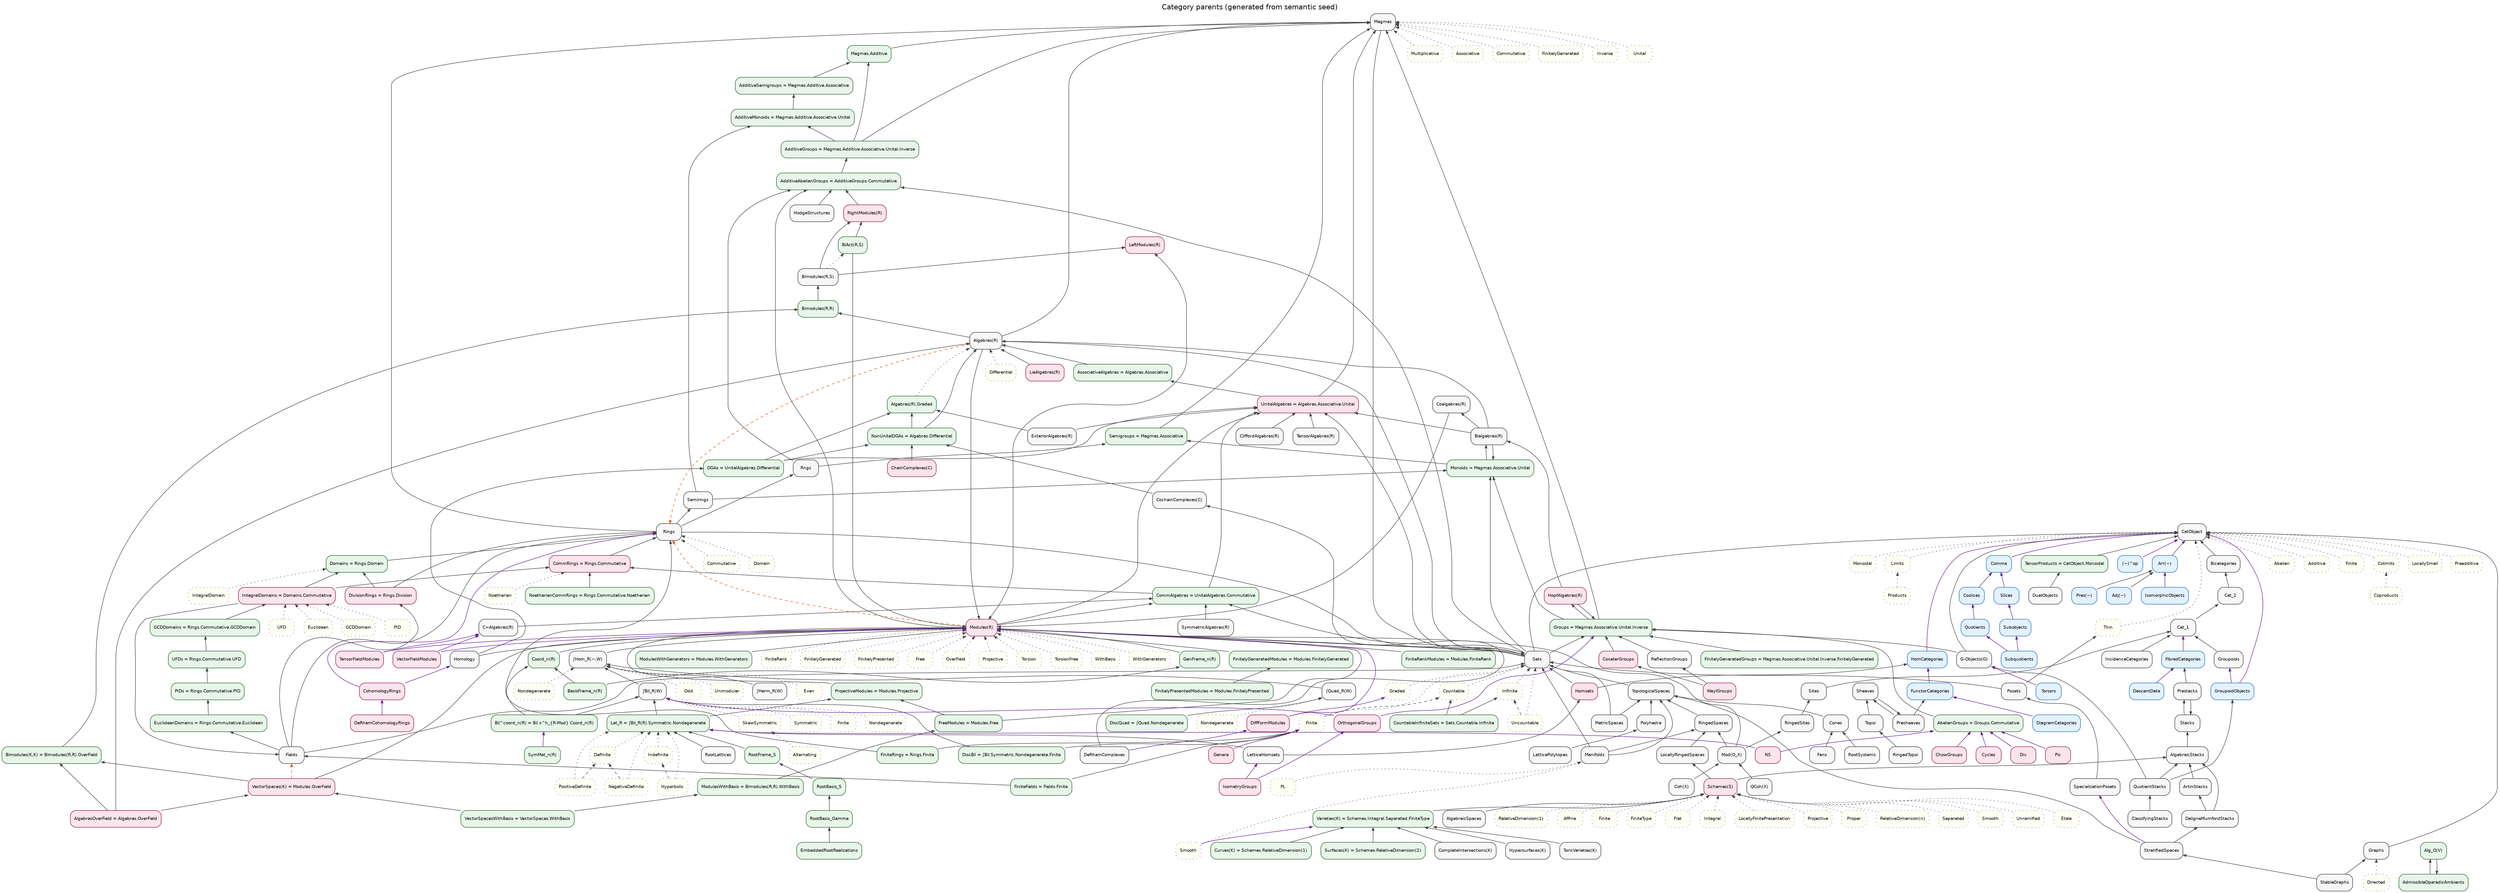
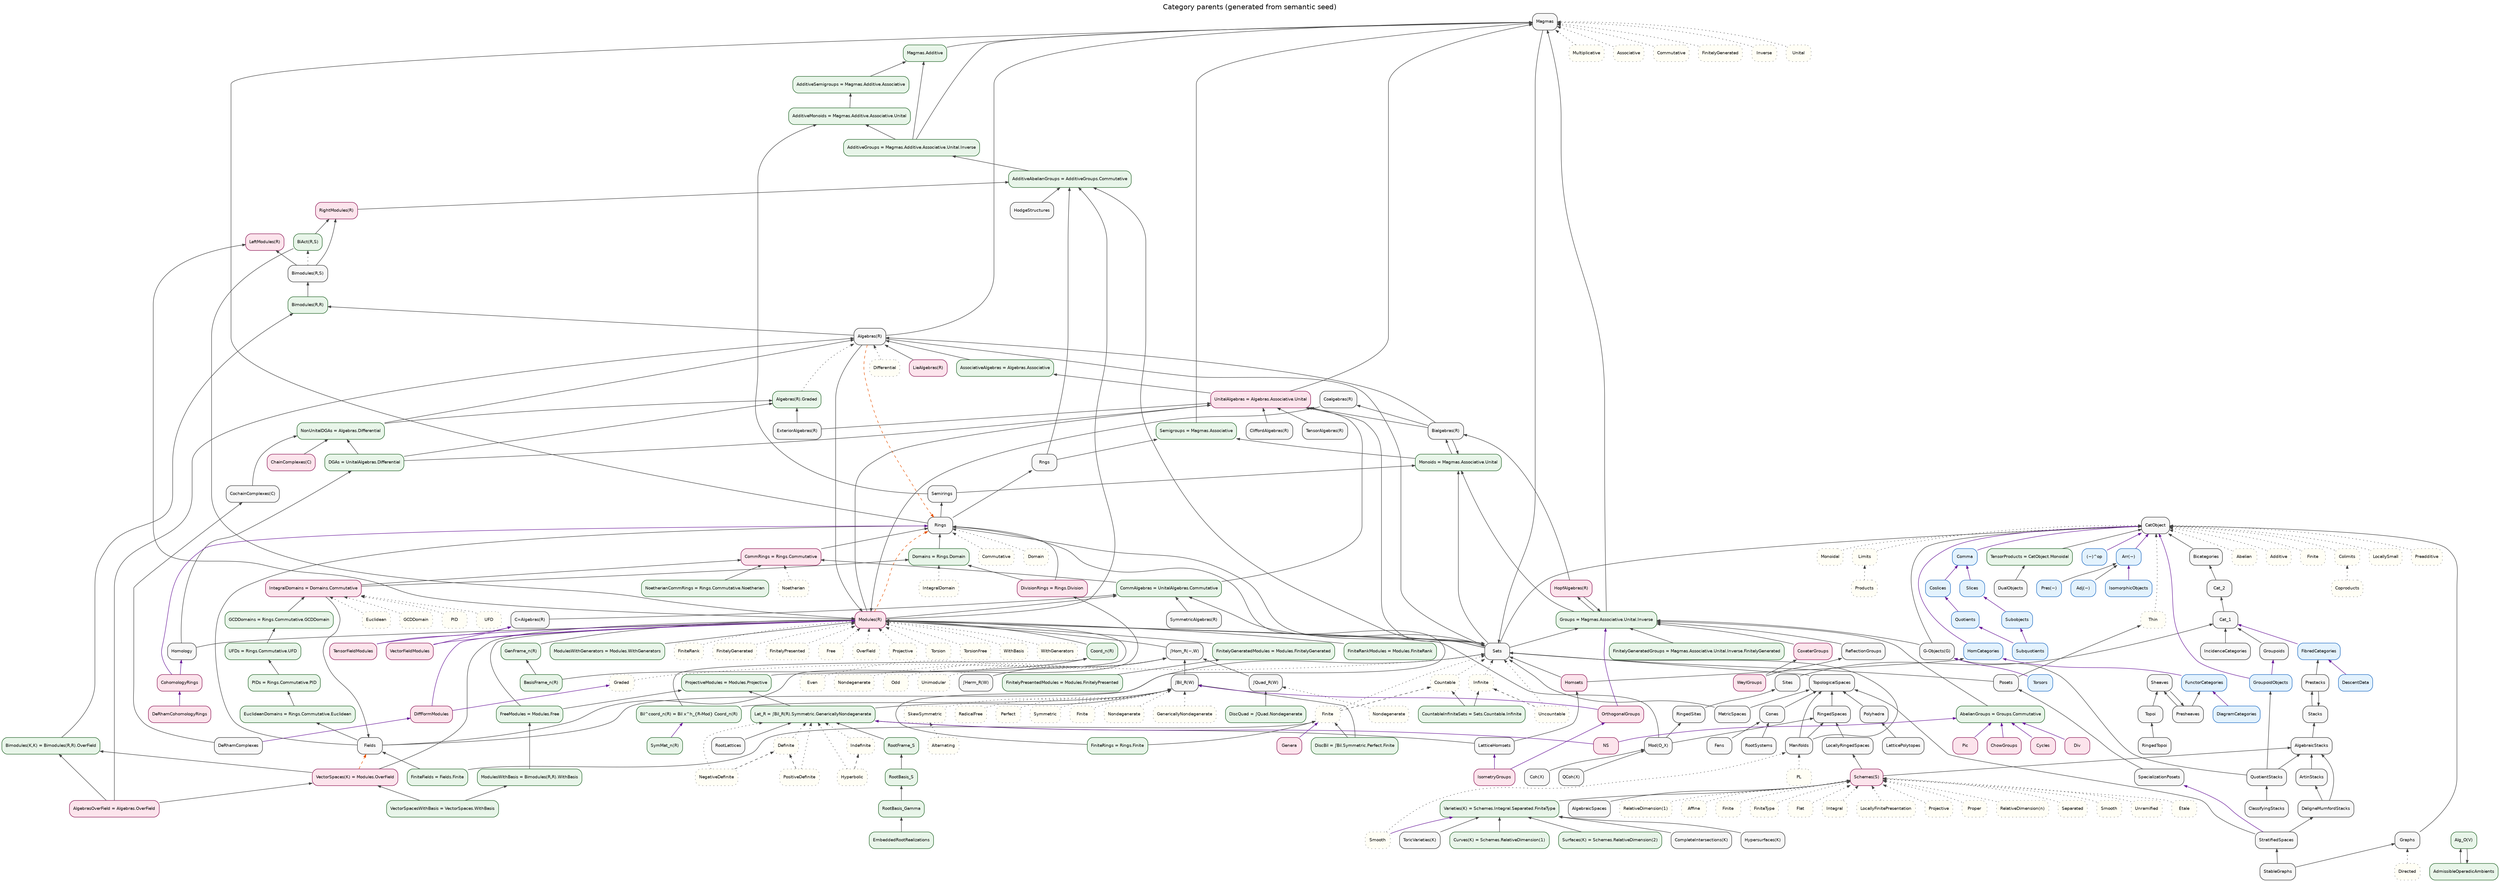
// GENERATED from semantic_seed/ — semantic presentation view.
// Authoritative: design/normalized_category_graph/semantic_seed/
// Factory/viz layout: category_parent_graph.dot (hand; see .hand.dot)

digraph CategoryParents {
  graph [
    rankdir=BT
    labelloc=t
    label="Category parents (generated from semantic seed)"
    fontsize=15
    fontname="Helvetica"
    nodesep=0.28
    ranksep=0.45
    splines=true
  ];
  node [
    shape=box
    style="rounded,filled"
    fontname="Helvetica"
    fontsize=9
    fillcolor="#f7f7f7"
    color="#333333"
  ];
  edge [color="#444444", arrowsize=0.65];

  // --- category_family ---
  AlgebraicSpaces [style="rounded,filled", fillcolor="#f7f7f7", color="#333333", id="cat.algebraicspaces", kind="category_family"];
  AlgebraicStacks [style="rounded,filled", fillcolor="#f7f7f7", color="#333333", id="cat.algebraicstacks", kind="category_family"];
  "Algebras(R)" [style="rounded,filled", fillcolor="#f7f7f7", color="#333333", id="cat.algebras_r", kind="category_family"];
  ArtinStacks [style="rounded,filled", fillcolor="#f7f7f7", color="#333333", id="cat.artinstacks", kind="category_family"];
  "Bialgebras(R)" [style="rounded,filled", fillcolor="#f7f7f7", color="#333333", id="cat.bialgebras_r", kind="category_family"];
  Bicategories [style="rounded,filled", fillcolor="#f7f7f7", color="#333333", id="cat.bicategories", kind="category_family"];
  "Bimodules(R,S)" [style="rounded,filled", fillcolor="#f7f7f7", color="#333333", id="cat.bimodules_r_s", kind="category_family"];
  CatObject [style="rounded,filled", fillcolor="#f7f7f7", color="#333333", id="cat.cat_object", kind="category_family"];
  Cat_1 [style="rounded,filled", fillcolor="#f7f7f7", color="#333333", id="cat.cat_1", kind="category_family"];
  Cat_2 [style="rounded,filled", fillcolor="#f7f7f7", color="#333333", id="cat.cat_2", kind="category_family"];
  "ChainComplexes(C)" [style="rounded,filled", fillcolor="#f7f7f7", color="#333333", id="cat.chaincomplexes", kind="category_family"];
  ClassifyingStacks [style="rounded,filled", fillcolor="#f7f7f7", color="#333333", id="cat.classifyingstacks", kind="category_family"];
  "CliffordAlgebras(R)" [style="rounded,filled", fillcolor="#f7f7f7", color="#333333", id="cat.cliffordalgebras", kind="category_family"];
  "Coalgebras(R)" [style="rounded,filled", fillcolor="#f7f7f7", color="#333333", id="cat.coalgebras_r", kind="category_family"];
  "CochainComplexes(C)" [style="rounded,filled", fillcolor="#f7f7f7", color="#333333", id="cat.cochaincomplexes", kind="category_family"];
  "Coh(X)" [style="rounded,filled", fillcolor="#f7f7f7", color="#333333", id="cat.coh", kind="category_family"];
  "CompleteIntersections(K)" [style="rounded,filled", fillcolor="#f7f7f7", color="#333333", id="cat.completeintersections", kind="category_family"];
  Cones [style="rounded,filled", fillcolor="#f7f7f7", color="#333333", id="cat.cones", kind="category_family"];
  CoxeterGroups [style="rounded,filled", fillcolor="#f7f7f7", color="#333333", id="cat.coxeter_groups", kind="category_family"];
  "C∞Algebras(R)" [style="rounded,filled", fillcolor="#f7f7f7", color="#333333", id="cat.cinftyalgebras", kind="category_family"];
  DeRhamComplexes [style="rounded,filled", fillcolor="#f7f7f7", color="#333333", id="cat.derhamcomplexes", kind="category_family"];
  DeligneMumfordStacks [style="rounded,filled", fillcolor="#f7f7f7", color="#333333", id="cat.delignemumfordstacks", kind="category_family"];
  DualObjects [style="rounded,filled", fillcolor="#f7f7f7", color="#333333", id="cat.dualobjects", kind="category_family"];
  "ExteriorAlgebras(R)" [style="rounded,filled", fillcolor="#f7f7f7", color="#333333", id="cat.exterioralgebras", kind="category_family"];
  Fans [style="rounded,filled", fillcolor="#f7f7f7", color="#333333", id="cat.fans", kind="category_family"];
  Fields [style="rounded,filled", fillcolor="#f7f7f7", color="#333333", id="cat.fields", kind="category_family"];
  "G-Objects(G)" [style="rounded,filled", fillcolor="#f7f7f7", color="#333333", id="cat.g_objects", kind="category_family"];
  Graphs [style="rounded,filled", fillcolor="#f7f7f7", color="#333333", id="cat.graphs", kind="category_family"];
  Groupoids [style="rounded,filled", fillcolor="#f7f7f7", color="#333333", id="cat.groupoids", kind="category_family"];
  HodgeStructures [style="rounded,filled", fillcolor="#f7f7f7", color="#333333", id="cat.hodgestructures", kind="category_family"];
  Homology [style="rounded,filled", fillcolor="#f7f7f7", color="#333333", id="cat.homology", kind="category_family"];
  Homsets [style="rounded,filled", fillcolor="#f7f7f7", color="#333333", id="cat.homsets", kind="category_family"];
  "HopfAlgebras(R)" [style="rounded,filled", fillcolor="#f7f7f7", color="#333333", id="cat.hopf_algebras_r", kind="category_family"];
  "Hypersurfaces(K)" [style="rounded,filled", fillcolor="#f7f7f7", color="#333333", id="cat.hypersurfaces", kind="category_family"];
  IncidenceCategories [style="rounded,filled", fillcolor="#f7f7f7", color="#333333", id="cat.incidencecategories", kind="category_family"];
  LatticeHomsets [style="rounded,filled", fillcolor="#f7f7f7", color="#333333", id="cat.latticehomsets", kind="category_family"];
  LatticePolytopes [style="rounded,filled", fillcolor="#f7f7f7", color="#333333", id="cat.latticepolytopes", kind="category_family"];
  "LieAlgebras(R)" [style="rounded,filled", fillcolor="#f7f7f7", color="#333333", id="cat.lie_algebras_r", kind="category_family"];
  LocallyRingedSpaces [style="rounded,filled", fillcolor="#f7f7f7", color="#333333", id="cat.locallyringedspaces", kind="category_family"];
  Magmas [style="rounded,filled", fillcolor="#f7f7f7", color="#333333", id="cat.magmas", kind="category_family"];
  Manifolds [style="rounded,filled", fillcolor="#f7f7f7", color="#333333", id="cat.manifolds", kind="category_family"];
  MetricSpaces [style="rounded,filled", fillcolor="#f7f7f7", color="#333333", id="cat.metricspaces", kind="category_family"];
  "Mod(O_X)" [style="rounded,filled", fillcolor="#f7f7f7", color="#333333", id="cat.mod", kind="category_family"];
  "Modules(R)" [style="rounded,filled", fillcolor="#f7f7f7", color="#333333", id="cat.modules_r", kind="category_family"];
  Polyhedra [style="rounded,filled", fillcolor="#f7f7f7", color="#333333", id="cat.polyhedra", kind="category_family"];
  Posets [style="rounded,filled", fillcolor="#f7f7f7", color="#333333", id="cat.posets", kind="category_family"];
  Presheaves [style="rounded,filled", fillcolor="#f7f7f7", color="#333333", id="cat.presheaves", kind="category_family"];
  Prestacks [style="rounded,filled", fillcolor="#f7f7f7", color="#333333", id="cat.prestacks", kind="category_family"];
  "QCoh(X)" [style="rounded,filled", fillcolor="#f7f7f7", color="#333333", id="cat.qcoh", kind="category_family"];
  QuotientStacks [style="rounded,filled", fillcolor="#f7f7f7", color="#333333", id="cat.quotientstacks", kind="category_family"];
  ReflectionGroups [style="rounded,filled", fillcolor="#f7f7f7", color="#333333", id="cat.reflectiongroups", kind="category_family"];
  RingedSites [style="rounded,filled", fillcolor="#f7f7f7", color="#333333", id="cat.ringedsites", kind="category_family"];
  RingedSpaces [style="rounded,filled", fillcolor="#f7f7f7", color="#333333", id="cat.ringedspaces", kind="category_family"];
  RingedTopoi [style="rounded,filled", fillcolor="#f7f7f7", color="#333333", id="cat.ringedtopoi", kind="category_family"];
  Rings [style="rounded,filled", fillcolor="#f7f7f7", color="#333333", id="cat.rings", kind="category_family"];
  Rngs [style="rounded,filled", fillcolor="#f7f7f7", color="#333333", id="cat.rngs", kind="category_family"];
  RootLattices [style="rounded,filled", fillcolor="#f7f7f7", color="#333333", id="cat.rootlattices", kind="category_family"];
  RootSystems [style="rounded,filled", fillcolor="#f7f7f7", color="#333333", id="cat.rootsystems", kind="category_family"];
  "Schemes(S)" [style="rounded,filled", fillcolor="#f7f7f7", color="#333333", id="cat.schemes_s", kind="category_family"];
  Semirings [style="rounded,filled", fillcolor="#f7f7f7", color="#333333", id="cat.semirings", kind="category_family"];
  Sets [style="rounded,filled", fillcolor="#f7f7f7", color="#333333", id="cat.sets", kind="category_family"];
  Sheaves [style="rounded,filled", fillcolor="#f7f7f7", color="#333333", id="cat.sheaves", kind="category_family"];
  Sites [style="rounded,filled", fillcolor="#f7f7f7", color="#333333", id="cat.sites", kind="category_family"];
  SpecializationPosets [style="rounded,filled", fillcolor="#f7f7f7", color="#333333", id="cat.specializationposets", kind="category_family"];
  StableGraphs [style="rounded,filled", fillcolor="#f7f7f7", color="#333333", id="cat.stablegraphs", kind="category_family"];
  Stacks [style="rounded,filled", fillcolor="#f7f7f7", color="#333333", id="cat.stacks", kind="category_family"];
  StratifiedSpaces [style="rounded,filled", fillcolor="#f7f7f7", color="#333333", id="cat.stratifiedspaces", kind="category_family"];
  "SymmetricAlgebras(R)" [style="rounded,filled", fillcolor="#f7f7f7", color="#333333", id="cat.symmetricalgebras", kind="category_family"];
  "TensorAlgebras(R)" [style="rounded,filled", fillcolor="#f7f7f7", color="#333333", id="cat.tensoralgebras", kind="category_family"];
  Topoi [style="rounded,filled", fillcolor="#f7f7f7", color="#333333", id="cat.topoi", kind="category_family"];
  TopologicalSpaces [style="rounded,filled", fillcolor="#f7f7f7", color="#333333", id="cat.topologicalspaces", kind="category_family"];
  "ToricVarieties(K)" [style="rounded,filled", fillcolor="#f7f7f7", color="#333333", id="cat.toricvarieties", kind="category_family"];
  WeylGroups [style="rounded,filled", fillcolor="#f7f7f7", color="#333333", id="cat.weyl_groups", kind="category_family"];
  "∫Bil_R(W)" [style="rounded,filled", fillcolor="#f7f7f7", color="#333333", id="cat.int_bil_r", kind="category_family"];
  "∫Herm_R(W)" [style="rounded,filled", fillcolor="#f7f7f7", color="#333333", id="cat.int_herm_r", kind="category_family"];
  "∫Hom_R(−,W)" [style="rounded,filled", fillcolor="#f7f7f7", color="#333333", id="cat.int_hom_r", kind="category_family"];
  "∫Quad_R(W)" [style="rounded,filled", fillcolor="#f7f7f7", color="#333333", id="cat.int_quad_r", kind="category_family"];

  // --- derived_category ---
  "AbelianGroups = Groups.Commutative" [style="rounded,filled", fillcolor="#e8f5e9", color="#1b5e20", id="cat.abelian_groups", kind="derived_category"];
  "AdditiveAbelianGroups = AdditiveGroups.Commutative" [style="rounded,filled", fillcolor="#e8f5e9", color="#1b5e20", id="cat.additive_abelian_groups", kind="derived_category"];
  "AdditiveGroups = Magmas.Additive.Associative.Unital.Inverse" [style="rounded,filled", fillcolor="#e8f5e9", color="#1b5e20", id="cat.additive_groups", kind="derived_category"];
  "AdditiveMonoids = Magmas.Additive.Associative.Unital" [style="rounded,filled", fillcolor="#e8f5e9", color="#1b5e20", id="cat.additive_monoids", kind="derived_category"];
  "AdditiveSemigroups = Magmas.Additive.Associative" [style="rounded,filled", fillcolor="#e8f5e9", color="#1b5e20", id="cat.additive_semigroups", kind="derived_category"];
  AdmissibleOperadicAmbients [style="rounded,filled", fillcolor="#e8f5e9", color="#1b5e20", id="cat.admissible_operadic_ambient", kind="derived_category"];
  "Alg_O(V)" [style="rounded,filled", fillcolor="#e8f5e9", color="#1b5e20", id="cat.alg_o_v", kind="derived_category"];
  "Algebras(R).Graded" [style="rounded,filled", fillcolor="#e8f5e9", color="#1b5e20", id="cat.algebras_r.graded", kind="derived_category"];
  "AlgebrasOverField = Algebras.OverField" [style="rounded,filled", fillcolor="#e8f5e9", color="#1b5e20", id="cat.algebras_over_field", kind="derived_category"];
  "AssociativeAlgebras = Algebras.Associative" [style="rounded,filled", fillcolor="#e8f5e9", color="#1b5e20", id="cat.associativealgebras", kind="derived_category"];
  "BasisFrame_n(R)" [style="rounded,filled", fillcolor="#e8f5e9", color="#1b5e20", id="cat.basisframe_n_r", kind="derived_category"];
  "BiAct(R,S)" [style="rounded,filled", fillcolor="#e8f5e9", color="#1b5e20", id="cat.biact_r_s", kind="derived_category"];
  "Bil^coord_n(R) = Bil x^h_{R-Mod} Coord_n(R)" [style="rounded,filled", fillcolor="#e8f5e9", color="#1b5e20", id="cat.bil_coord_n_r", kind="derived_category"];
  "Bimodules(K,K) = Bimodules(R,R).OverField" [style="rounded,filled", fillcolor="#e8f5e9", color="#1b5e20", id="cat.bimodules_k_k", kind="derived_category"];
  "Bimodules(R,R)" [style="rounded,filled", fillcolor="#e8f5e9", color="#1b5e20", id="cat.bimodules_r_r", kind="derived_category"];
  "CommAlgebras = UnitalAlgebras.Commutative" [style="rounded,filled", fillcolor="#e8f5e9", color="#1b5e20", id="cat.commutative_algebras", kind="derived_category"];
  "CommRings = Rings.Commutative" [style="rounded,filled", fillcolor="#e8f5e9", color="#1b5e20", id="cat.commutative_rings", kind="derived_category"];
  "Coord_n(R)" [style="rounded,filled", fillcolor="#e8f5e9", color="#1b5e20", id="cat.coord_n_r", kind="derived_category"];
  "CountableInfiniteSets = Sets.Countable.Infinite" [style="rounded,filled", fillcolor="#e8f5e9", color="#1b5e20", id="cat.countableinfinitesets", kind="derived_category"];
  "Curves(K) = Schemes.RelativeDimension(1)" [style="rounded,filled", fillcolor="#e8f5e9", color="#1b5e20", id="cat.curves", kind="derived_category"];
  "DGAs = UnitalAlgebras.Differential" [style="rounded,filled", fillcolor="#e8f5e9", color="#1b5e20", id="cat.dgas", kind="derived_category"];
-   "DiscBil = ∫Bil.Symmetric.Nondegenerate.Finite" [style="rounded,filled", fillcolor="#e8f5e9", color="#1b5e20", id="cat.discbil", kind="derived_category"];
+   "DiscBil = ∫Bil.Symmetric.Perfect.Finite" [style="rounded,filled", fillcolor="#e8f5e9", color="#1b5e20", id="cat.discbil", kind="derived_category"];
  "DiscQuad = ∫Quad.Nondegenerate" [style="rounded,filled", fillcolor="#e8f5e9", color="#1b5e20", id="cat.discquad", kind="derived_category"];
  "DivisionRings = Rings.Division" [style="rounded,filled", fillcolor="#e8f5e9", color="#1b5e20", id="cat.division_rings", kind="derived_category"];
  "Domains = Rings.Domain" [style="rounded,filled", fillcolor="#e8f5e9", color="#1b5e20", id="cat.domains", kind="derived_category"];
  EmbeddedRootRealizations [style="rounded,filled", fillcolor="#e8f5e9", color="#1b5e20", id="cat.embeddedrootrealization", kind="derived_category"];
  "EuclideanDomains = Rings.Commutative.Euclidean" [style="rounded,filled", fillcolor="#e8f5e9", color="#1b5e20", id="cat.euclidean_domains", kind="derived_category"];
  "FiniteFields = Fields.Finite" [style="rounded,filled", fillcolor="#e8f5e9", color="#1b5e20", id="cat.finite_fields", kind="derived_category"];
  "FiniteRankModules = Modules.FiniteRank" [style="rounded,filled", fillcolor="#e8f5e9", color="#1b5e20", id="cat.finiterankmodules", kind="derived_category"];
  "FiniteRings = Rings.Finite" [style="rounded,filled", fillcolor="#e8f5e9", color="#1b5e20", id="cat.finite_rings", kind="derived_category"];
  "FinitelyGeneratedGroups = Magmas.Associative.Unital.Inverse.FinitelyGenerated" [style="rounded,filled", fillcolor="#e8f5e9", color="#1b5e20", id="cat.finitelygeneratedgroups", kind="derived_category"];
  "FinitelyGeneratedModules = Modules.FinitelyGenerated" [style="rounded,filled", fillcolor="#e8f5e9", color="#1b5e20", id="cat.finitelygeneratedmodules", kind="derived_category"];
  "FinitelyPresentedModules = Modules.FinitelyPresented" [style="rounded,filled", fillcolor="#e8f5e9", color="#1b5e20", id="cat.finitelypresentedmodules", kind="derived_category"];
  "FreeModules = Modules.Free" [style="rounded,filled", fillcolor="#e8f5e9", color="#1b5e20", id="cat.freemodules", kind="derived_category"];
  "GCDDomains = Rings.Commutative.GCDDomain" [style="rounded,filled", fillcolor="#e8f5e9", color="#1b5e20", id="cat.gcd_domains", kind="derived_category"];
  "GenFrame_n(R)" [style="rounded,filled", fillcolor="#e8f5e9", color="#1b5e20", id="cat.genframe_n_r", kind="derived_category"];
  "Groups = Magmas.Associative.Unital.Inverse" [style="rounded,filled", fillcolor="#e8f5e9", color="#1b5e20", id="cat.groups", kind="derived_category"];
  "IntegralDomains = Domains.Commutative" [style="rounded,filled", fillcolor="#e8f5e9", color="#1b5e20", id="cat.integral_domains", kind="derived_category"];
-   "Lat_R = ∫Bil_R(R).Symmetric.Nondegenerate" [style="rounded,filled", fillcolor="#e8f5e9", color="#1b5e20", id="cat.lat_r", kind="derived_category"];
+   "Lat_R = ∫Bil_R(R).Symmetric.GenericallyNondegenerate" [style="rounded,filled", fillcolor="#e8f5e9", color="#1b5e20", id="cat.lat_r", kind="derived_category"];
  "Magmas.Additive" [style="rounded,filled", fillcolor="#e8f5e9", color="#1b5e20", id="cat.additive_magmas", kind="derived_category"];
  "ModulesWithBasis = Bimodules(R,R).WithBasis" [style="rounded,filled", fillcolor="#e8f5e9", color="#1b5e20", id="cat.modules_with_basis", kind="derived_category"];
  "ModulesWithGenerators = Modules.WithGenerators" [style="rounded,filled", fillcolor="#e8f5e9", color="#1b5e20", id="cat.moduleswithgenerators", kind="derived_category"];
  "Monoids = Magmas.Associative.Unital" [style="rounded,filled", fillcolor="#e8f5e9", color="#1b5e20", id="cat.monoids", kind="derived_category"];
  "NoetherianCommRings = Rings.Commutative.Noetherian" [style="rounded,filled", fillcolor="#e8f5e9", color="#1b5e20", id="cat.noetheriancommrings", kind="derived_category"];
  "NonUnitalDGAs = Algebras.Differential" [style="rounded,filled", fillcolor="#e8f5e9", color="#1b5e20", id="cat.nonunitaldgas", kind="derived_category"];
  "PIDs = Rings.Commutative.PID" [style="rounded,filled", fillcolor="#e8f5e9", color="#1b5e20", id="cat.pids", kind="derived_category"];
  "ProjectiveModules = Modules.Projective" [style="rounded,filled", fillcolor="#e8f5e9", color="#1b5e20", id="cat.projectivemodules", kind="derived_category"];
  "RightModules(R)" [style="rounded,filled", fillcolor="#e8f5e9", color="#1b5e20", id="cat.right_modules_r", kind="derived_category"];
  RootBasis_Gamma [style="rounded,filled", fillcolor="#e8f5e9", color="#1b5e20", id="cat.rootbasis_gamma", kind="derived_category"];
  RootBasis_S [style="rounded,filled", fillcolor="#e8f5e9", color="#1b5e20", id="cat.rootbasis_s", kind="derived_category"];
  RootFrame_S [style="rounded,filled", fillcolor="#e8f5e9", color="#1b5e20", id="cat.rootframe_s", kind="derived_category"];
  "Semigroups = Magmas.Associative" [style="rounded,filled", fillcolor="#e8f5e9", color="#1b5e20", id="cat.semigroups", kind="derived_category"];
  "Surfaces(K) = Schemes.RelativeDimension(2)" [style="rounded,filled", fillcolor="#e8f5e9", color="#1b5e20", id="cat.surfaces", kind="derived_category"];
  "SymMat_n(R)" [style="rounded,filled", fillcolor="#e8f5e9", color="#1b5e20", id="cat.symmat_n_r", kind="derived_category"];
  "TensorProducts = CatObject.Monoidal" [style="rounded,filled", fillcolor="#e8f5e9", color="#1b5e20", id="cat.tensorproducts", kind="derived_category"];
  "UFDs = Rings.Commutative.UFD" [style="rounded,filled", fillcolor="#e8f5e9", color="#1b5e20", id="cat.ufds", kind="derived_category"];
  "UnitalAlgebras = Algebras.Associative.Unital" [style="rounded,filled", fillcolor="#e8f5e9", color="#1b5e20", id="cat.unital_algebras", kind="derived_category"];
  "Varieties(K) = Schemes.Integral.Separated.FiniteType" [style="rounded,filled", fillcolor="#e8f5e9", color="#1b5e20", id="cat.varieties", kind="derived_category"];
  "VectorSpaces(K) = Modules.OverField" [style="rounded,filled", fillcolor="#e8f5e9", color="#1b5e20", id="cat.vector_spaces_k", kind="derived_category"];
  "VectorSpacesWithBasis = VectorSpaces.WithBasis" [style="rounded,filled", fillcolor="#e8f5e9", color="#1b5e20", id="cat.vectorspaceswithbasis", kind="derived_category"];

  // --- category_constructor ---
  "(−)^op" [style="rounded,filled", fillcolor="#e3f2fd", color="#1565c0", id="ctor.op", kind="category_constructor"];
  "Adj(−)" [style="rounded,filled", fillcolor="#e3f2fd", color="#1565c0", id="ctor.adj", kind="category_constructor"];
  "Arr(−)" [style="rounded,filled", fillcolor="#e3f2fd", color="#1565c0", id="ctor.arr", kind="category_constructor"];
  Comma [style="rounded,filled", fillcolor="#e3f2fd", color="#1565c0", id="ctor.comma", kind="category_constructor"];
  Coslices [style="rounded,filled", fillcolor="#e3f2fd", color="#1565c0", id="ctor.coslices", kind="category_constructor"];
  DescentData [style="rounded,filled", fillcolor="#e3f2fd", color="#1565c0", id="ctor.descentdata", kind="category_constructor"];
  DiagramCategories [style="rounded,filled", fillcolor="#e3f2fd", color="#1565c0", id="ctor.diagramcategories", kind="category_constructor"];
  FibredCategories [style="rounded,filled", fillcolor="#e3f2fd", color="#1565c0", id="ctor.fibredcategories", kind="category_constructor"];
  FunctorCategories [style="rounded,filled", fillcolor="#e3f2fd", color="#1565c0", id="ctor.functorcategories", kind="category_constructor"];
  GroupoidObjects [style="rounded,filled", fillcolor="#e3f2fd", color="#1565c0", id="ctor.groupoidobjects", kind="category_constructor"];
  HomCategories [style="rounded,filled", fillcolor="#e3f2fd", color="#1565c0", id="ctor.homcategories", kind="category_constructor"];
  IsomorphicObjects [style="rounded,filled", fillcolor="#e3f2fd", color="#1565c0", id="ctor.isomorphicobjects", kind="category_constructor"];
  "Pres(−)" [style="rounded,filled", fillcolor="#e3f2fd", color="#1565c0", id="ctor.pres", kind="category_constructor"];
  Quotients [style="rounded,filled", fillcolor="#e3f2fd", color="#1565c0", id="ctor.quotients", kind="category_constructor"];
  Slices [style="rounded,filled", fillcolor="#e3f2fd", color="#1565c0", id="ctor.slices", kind="category_constructor"];
  Subobjects [style="rounded,filled", fillcolor="#e3f2fd", color="#1565c0", id="ctor.subobjects", kind="category_constructor"];
  Subquotients [style="rounded,filled", fillcolor="#e3f2fd", color="#1565c0", id="ctor.subquotients", kind="category_constructor"];
  Torsors [style="rounded,filled", fillcolor="#e3f2fd", color="#1565c0", id="ctor.torsors", kind="category_constructor"];

  // --- classifier_domain ---
  "CatObject.Abelian" [style="rounded,filled,dotted", fillcolor="#fffef5", color="#888888", id="clf.catobject_abelian", kind="classifier_domain", label="Abelian"];
  "CatObject.Additive" [style="rounded,filled,dotted", fillcolor="#fffef5", color="#888888", id="clf.catobject_additive", kind="classifier_domain", label="Additive"];
  "CatObject.Colimits" [style="rounded,filled,dotted", fillcolor="#fffef5", color="#888888", id="clf.catobject_colimits", kind="classifier_domain", label="Colimits"];
  "CatObject.Coproducts" [style="rounded,filled,dotted", fillcolor="#fffef5", color="#888888", id="clf.catobject_coproducts", kind="classifier_domain", label="Coproducts"];
  "CatObject.Finite" [style="rounded,filled,dotted", fillcolor="#fffef5", color="#888888", id="clf.catobject_finite", kind="classifier_domain", label="Finite"];
  "CatObject.Limits" [style="rounded,filled,dotted", fillcolor="#fffef5", color="#888888", id="clf.catobject_limits", kind="classifier_domain", label="Limits"];
  "CatObject.LocallySmall" [style="rounded,filled,dotted", fillcolor="#fffef5", color="#888888", id="clf.catobject_locallysmall", kind="classifier_domain", label="LocallySmall"];
  "CatObject.Preadditive" [style="rounded,filled,dotted", fillcolor="#fffef5", color="#888888", id="clf.catobject_preadditive", kind="classifier_domain", label="Preadditive"];
  "CatObject.Products" [style="rounded,filled,dotted", fillcolor="#fffef5", color="#888888", id="clf.catobject_products", kind="classifier_domain", label="Products"];
  "CatObject.Thin" [style="rounded,filled,dotted", fillcolor="#fffef5", color="#888888", id="clf.catobject_thin", kind="classifier_domain", label="Thin"];
  "Graphs.Directed" [style="rounded,filled,dotted", fillcolor="#fffef5", color="#888888", id="clf.graphs_directed", kind="classifier_domain", label="Directed"];
  "Lat.Definite" [style="rounded,filled,dotted", fillcolor="#fffef5", color="#888888", id="clf.lat_definite", kind="classifier_domain", label="Definite"];
  "Lat.Hyperbolic" [style="rounded,filled,dotted", fillcolor="#fffef5", color="#888888", id="clf.lat_hyperbolic", kind="classifier_domain", label="Hyperbolic"];
  "Lat.Indefinite" [style="rounded,filled,dotted", fillcolor="#fffef5", color="#888888", id="clf.lat_indefinite", kind="classifier_domain", label="Indefinite"];
  "Lat.NegativeDefinite" [style="rounded,filled,dotted", fillcolor="#fffef5", color="#888888", id="clf.lat_negativedefinite", kind="classifier_domain", label="NegativeDefinite"];
  "Lat.PositiveDefinite" [style="rounded,filled,dotted", fillcolor="#fffef5", color="#888888", id="clf.lat_positivedefinite", kind="classifier_domain", label="PositiveDefinite"];
  "Magmas.Multiplicative" [style="rounded,filled,dotted", fillcolor="#fffef5", color="#888888", id="clf.magmas_multiplicative", kind="classifier_domain", label="Multiplicative"];
  "Manifolds.PL" [style="rounded,filled,dotted", fillcolor="#fffef5", color="#888888", id="clf.manifolds_pl", kind="classifier_domain", label="PL"];
  "Manifolds.Smooth" [style="rounded,filled,dotted", fillcolor="#fffef5", color="#888888", id="clf.manifolds_smooth", kind="classifier_domain", label="Smooth"];
  "Modules.FiniteRank" [style="rounded,filled,dotted", fillcolor="#fffef5", color="#888888", id="clf.modules_finiterank", kind="classifier_domain", label="FiniteRank"];
  "Modules.FinitelyGenerated" [style="rounded,filled,dotted", fillcolor="#fffef5", color="#888888", id="clf.modules_finitelygenerated", kind="classifier_domain", label="FinitelyGenerated"];
  "Modules.FinitelyPresented" [style="rounded,filled,dotted", fillcolor="#fffef5", color="#888888", id="clf.modules_finitelypresented", kind="classifier_domain", label="FinitelyPresented"];
  "Modules.Free" [style="rounded,filled,dotted", fillcolor="#fffef5", color="#888888", id="clf.modules_free", kind="classifier_domain", label="Free"];
  "Modules.OverField" [style="rounded,filled,dotted", fillcolor="#fffef5", color="#888888", id="clf.modules.over_field.domain", kind="classifier_domain", label="OverField"];
  "Modules.Projective" [style="rounded,filled,dotted", fillcolor="#fffef5", color="#888888", id="clf.modules_projective", kind="classifier_domain", label="Projective"];
  "Modules.Torsion" [style="rounded,filled,dotted", fillcolor="#fffef5", color="#888888", id="clf.modules_torsion", kind="classifier_domain", label="Torsion"];
  "Modules.TorsionFree" [style="rounded,filled,dotted", fillcolor="#fffef5", color="#888888", id="clf.modules_torsionfree", kind="classifier_domain", label="TorsionFree"];
  "Modules.WithBasis" [style="rounded,filled,dotted", fillcolor="#fffef5", color="#888888", id="clf.modules.with_basis.domain", kind="classifier_domain", label="WithBasis"];
  "Modules.WithGenerators" [style="rounded,filled,dotted", fillcolor="#fffef5", color="#888888", id="clf.modules_withgenerators", kind="classifier_domain", label="WithGenerators"];
  "Rings.Commutative" [style="rounded,filled,dotted", fillcolor="#fffef5", color="#888888", id="clf.rings.commutative.domain", kind="classifier_domain", label="Commutative"];
  "Schemes(S).RelativeDimension(1)" [style="rounded,filled,dotted", fillcolor="#fffef5", color="#888888", id="clf.schemes_s.relativedimension.domain", kind="classifier_domain", label="RelativeDimension(1)"];
  "Schemes.Affine" [style="rounded,filled,dotted", fillcolor="#fffef5", color="#888888", id="clf.schemes_affine", kind="classifier_domain", label="Affine"];
  "Schemes.Finite" [style="rounded,filled,dotted", fillcolor="#fffef5", color="#888888", id="clf.schemes_finite", kind="classifier_domain", label="Finite"];
  "Schemes.FiniteType" [style="rounded,filled,dotted", fillcolor="#fffef5", color="#888888", id="clf.schemes_finitetype", kind="classifier_domain", label="FiniteType"];
  "Schemes.Flat" [style="rounded,filled,dotted", fillcolor="#fffef5", color="#888888", id="clf.schemes_flat", kind="classifier_domain", label="Flat"];
  "Schemes.Integral" [style="rounded,filled,dotted", fillcolor="#fffef5", color="#888888", id="clf.schemes_integral", kind="classifier_domain", label="Integral"];
  "Schemes.LocallyFinitePresentation" [style="rounded,filled,dotted", fillcolor="#fffef5", color="#888888", id="clf.schemes_locallyfinitepresentation", kind="classifier_domain", label="LocallyFinitePresentation"];
  "Schemes.Projective" [style="rounded,filled,dotted", fillcolor="#fffef5", color="#888888", id="clf.schemes_projective", kind="classifier_domain", label="Projective"];
  "Schemes.Proper" [style="rounded,filled,dotted", fillcolor="#fffef5", color="#888888", id="clf.schemes_proper", kind="classifier_domain", label="Proper"];
  "Schemes.RelativeDimension(n)" [style="rounded,filled,dotted", fillcolor="#fffef5", color="#888888", id="clf.schemes_relativedimension", kind="classifier_domain", label="RelativeDimension(n)"];
  "Schemes.Separated" [style="rounded,filled,dotted", fillcolor="#fffef5", color="#888888", id="clf.schemes_separated", kind="classifier_domain", label="Separated"];
  "Schemes.Smooth" [style="rounded,filled,dotted", fillcolor="#fffef5", color="#888888", id="clf.schemes_smooth", kind="classifier_domain", label="Smooth"];
  "Schemes.Unramified" [style="rounded,filled,dotted", fillcolor="#fffef5", color="#888888", id="clf.schemes_unramified", kind="classifier_domain", label="Unramified"];
  "Schemes.Étale" [style="rounded,filled,dotted", fillcolor="#fffef5", color="#888888", id="clf.schemes_etale", kind="classifier_domain", label="Étale"];
  "Sets.Countable" [style="rounded,filled,dotted", fillcolor="#fffef5", color="#888888", id="clf.sets_countable", kind="classifier_domain", label="Countable"];
  "Sets.Finite" [style="rounded,filled,dotted", fillcolor="#fffef5", color="#888888", id="clf.sets.finite.domain", kind="classifier_domain", label="Finite"];
  "Sets.Graded" [style="rounded,filled,dotted", fillcolor="#fffef5", color="#888888", id="clf.sets.graded.domain", kind="classifier_domain", label="Graded"];
  "Sets.Infinite" [style="rounded,filled,dotted", fillcolor="#fffef5", color="#888888", id="clf.sets_infinite", kind="classifier_domain", label="Infinite"];
  "Sets.Uncountable" [style="rounded,filled,dotted", fillcolor="#fffef5", color="#888888", id="clf.sets_uncountable", kind="classifier_domain", label="Uncountable"];
  "ax.Associative" [style="rounded,filled,dotted", fillcolor="#fffef5", color="#888888", id="clf.ax_associative", kind="classifier_domain", label="Associative"];
  "ax.Commutative" [style="rounded,filled,dotted", fillcolor="#fffef5", color="#888888", id="clf.ax_commutative", kind="classifier_domain", label="Commutative"];
  "ax.Differential" [style="rounded,filled,dotted", fillcolor="#fffef5", color="#888888", id="clf.ax_differential", kind="classifier_domain", label="Differential"];
  "ax.Domain" [style="rounded,filled,dotted", fillcolor="#fffef5", color="#888888", id="clf.ax_domain", kind="classifier_domain", label="Domain"];
  "ax.Euclidean" [style="rounded,filled,dotted", fillcolor="#fffef5", color="#888888", id="clf.ax_euclidean", kind="classifier_domain", label="Euclidean"];
  "ax.FinitelyGenerated" [style="rounded,filled,dotted", fillcolor="#fffef5", color="#888888", id="clf.ax_finitelygenerated", kind="classifier_domain", label="FinitelyGenerated"];
  "ax.GCDDomain" [style="rounded,filled,dotted", fillcolor="#fffef5", color="#888888", id="clf.ax_gcddomain", kind="classifier_domain", label="GCDDomain"];
  "ax.IntegralDomain" [style="rounded,filled,dotted", fillcolor="#fffef5", color="#888888", id="clf.ax_integraldomain", kind="classifier_domain", label="IntegralDomain"];
  "ax.Inverse" [style="rounded,filled,dotted", fillcolor="#fffef5", color="#888888", id="clf.ax_inverse", kind="classifier_domain", label="Inverse"];
  "ax.Monoidal" [style="rounded,filled,dotted", fillcolor="#fffef5", color="#888888", id="clf.ax_monoidal", kind="classifier_domain", label="Monoidal"];
  "ax.Noetherian" [style="rounded,filled,dotted", fillcolor="#fffef5", color="#888888", id="clf.ax_noetherian", kind="classifier_domain", label="Noetherian"];
  "ax.PID" [style="rounded,filled,dotted", fillcolor="#fffef5", color="#888888", id="clf.ax_pid", kind="classifier_domain", label="PID"];
  "ax.UFD" [style="rounded,filled,dotted", fillcolor="#fffef5", color="#888888", id="clf.ax_ufd", kind="classifier_domain", label="UFD"];
  "ax.Unital" [style="rounded,filled,dotted", fillcolor="#fffef5", color="#888888", id="clf.ax_unital", kind="classifier_domain", label="Unital"];
  "∫Bil.Alternating" [style="rounded,filled,dotted", fillcolor="#fffef5", color="#888888", id="clf.int_bil_alternating", kind="classifier_domain", label="Alternating"];
+   "∫Bil.GenericallyNondegenerate" [style="rounded,filled,dotted", fillcolor="#fffef5", color="#888888", id="clf.int_bil_r.generically_nondegenerate.domain", kind="classifier_domain", label="GenericallyNondegenerate"];
+   "∫Bil.Perfect" [style="rounded,filled,dotted", fillcolor="#fffef5", color="#888888", id="clf.int_bil_r.perfect.domain", kind="classifier_domain", label="Perfect"];
+   "∫Bil.RadicalFree" [style="rounded,filled,dotted", fillcolor="#fffef5", color="#888888", id="clf.int_bil_r.radical_free.domain", kind="classifier_domain", label="RadicalFree"];
  "∫Bil.SkewSymmetric" [style="rounded,filled,dotted", fillcolor="#fffef5", color="#888888", id="clf.int_bil_skewsymmetric", kind="classifier_domain", label="SkewSymmetric"];
  "∫Bil.Symmetric" [style="rounded,filled,dotted", fillcolor="#fffef5", color="#888888", id="clf.int_bil_symmetric", kind="classifier_domain", label="Symmetric"];
  "∫Bil_R(W).Finite" [style="rounded,filled,dotted", fillcolor="#fffef5", color="#888888", id="clf.int_bil_r.finite.domain", kind="classifier_domain", label="Finite"];
  "∫Bil_R(W).Nondegenerate" [style="rounded,filled,dotted", fillcolor="#fffef5", color="#888888", id="clf.int_bil_r.nondegenerate.domain", kind="classifier_domain", label="Nondegenerate"];
  "∫Hom.Even" [style="rounded,filled,dotted", fillcolor="#fffef5", color="#888888", id="clf.int_hom_even", kind="classifier_domain", label="Even"];
  "∫Hom.Nondegenerate" [style="rounded,filled,dotted", fillcolor="#fffef5", color="#888888", id="clf.int_hom_nondegenerate", kind="classifier_domain", label="Nondegenerate"];
  "∫Hom.Odd" [style="rounded,filled,dotted", fillcolor="#fffef5", color="#888888", id="clf.int_hom_odd", kind="classifier_domain", label="Odd"];
  "∫Hom.Unimodular" [style="rounded,filled,dotted", fillcolor="#fffef5", color="#888888", id="clf.int_hom_unimodular", kind="classifier_domain", label="Unimodular"];
  "∫Quad_R(W).Nondegenerate" [style="rounded,filled,dotted", fillcolor="#fffef5", color="#888888", id="clf.int_quad_r.nondegenerate.domain", kind="classifier_domain", label="Nondegenerate"];

  // --- alias ---
  "AlgebrasOverField = Algebras.OverField" [style="rounded,filled", fillcolor="#fce4ec", color="#880e4f", id="cat.associativeunitalalgebras_k", kind="alias"];
  "ChainComplexes(C)" [style="rounded,filled", fillcolor="#fce4ec", color="#880e4f", id="cat.chaincomplexes_c", kind="alias"];
  ChowGroups [style="rounded,filled", fillcolor="#fce4ec", color="#880e4f", id="val.chowgroups", kind="alias"];
  CohomologyRings [style="rounded,filled", fillcolor="#fce4ec", color="#880e4f", id="val.cohomologyrings", kind="alias"];
  "CommRings = Rings.Commutative" [style="rounded,filled", fillcolor="#fce4ec", color="#880e4f", id="cat.commutativerings", kind="alias"];
  CoxeterGroups [style="rounded,filled", fillcolor="#fce4ec", color="#880e4f", id="cat.coxetergroups", kind="alias"];
  Cycles [style="rounded,filled", fillcolor="#fce4ec", color="#880e4f", id="val.cycles", kind="alias"];
  DeRhamCohomologyRings [style="rounded,filled", fillcolor="#fce4ec", color="#880e4f", id="val.derhamcohomologyrings", kind="alias"];
  DiffFormModules [style="rounded,filled", fillcolor="#fce4ec", color="#880e4f", id="val.diffformmodules", kind="alias"];
  Div [style="rounded,filled", fillcolor="#fce4ec", color="#880e4f", id="val.div", kind="alias"];
  "DivisionRings = Rings.Division" [style="rounded,filled", fillcolor="#fce4ec", color="#880e4f", id="cat.divisionrings", kind="alias"];
  Genera [style="rounded,filled", fillcolor="#fce4ec", color="#880e4f", id="val.genera", kind="alias"];
  Homsets [style="rounded,filled", fillcolor="#fce4ec", color="#880e4f", id="cat.homsets_c", kind="alias"];
  "HopfAlgebras(R)" [style="rounded,filled", fillcolor="#fce4ec", color="#880e4f", id="cat.hopfalgebras_r", kind="alias"];
  "IntegralDomains = Domains.Commutative" [style="rounded,filled", fillcolor="#fce4ec", color="#880e4f", id="cat.integraldomains", kind="alias"];
  IsometryGroups [style="rounded,filled", fillcolor="#fce4ec", color="#880e4f", id="val.isometrygroups", kind="alias"];
  "LeftModules(R)" [style="rounded,filled", fillcolor="#fce4ec", color="#880e4f", id="cat.left_modules_r", kind="alias"];
  "LieAlgebras(R)" [style="rounded,filled", fillcolor="#fce4ec", color="#880e4f", id="cat.liealgebras_r", kind="alias"];
  "Modules(R)" [style="rounded,filled", fillcolor="#fce4ec", color="#880e4f", id="cat.modules_a", kind="alias"];
  NS [style="rounded,filled", fillcolor="#fce4ec", color="#880e4f", id="val.ns", kind="alias"];
  OrthogonalGroups [style="rounded,filled", fillcolor="#fce4ec", color="#880e4f", id="val.orthogonal_groups", kind="alias"];
  Pic [style="rounded,filled", fillcolor="#fce4ec", color="#880e4f", id="val.pic", kind="alias"];
  "RightModules(R)" [style="rounded,filled", fillcolor="#fce4ec", color="#880e4f", id="cat.modules_rop", kind="alias"];
  "Schemes(S)" [style="rounded,filled", fillcolor="#fce4ec", color="#880e4f", id="cat.schemes_k", kind="alias"];
  TensorFieldModules [style="rounded,filled", fillcolor="#fce4ec", color="#880e4f", id="val.tensorfieldmodules", kind="alias"];
  "UnitalAlgebras = Algebras.Associative.Unital" [style="rounded,filled", fillcolor="#fce4ec", color="#880e4f", id="cat.associativeunitalalgebras_r", kind="alias"];
  VectorFieldModules [style="rounded,filled", fillcolor="#fce4ec", color="#880e4f", id="val.vectorfieldmodules", kind="alias"];
  "VectorSpaces(K) = Modules.OverField" [style="rounded,filled", fillcolor="#fce4ec", color="#880e4f", id="cat.modules_k", kind="alias"];
  WeylGroups [style="rounded,filled", fillcolor="#fce4ec", color="#880e4f", id="cat.weylgroups", kind="alias"];

  // --- preferred arrows ---
  "LeftModules(R)" -> "Modules(R)" [dir=both, kind="equivalence", id="arr.alias.left_modules"];
  "Algebras(R).Graded" -> "Algebras(R)" [style=dotted, kind="classifier_leg", id="arr.clf.algebras_r.graded"];
  "ax.Associative" -> Magmas [style=dotted, kind="classifier_leg", id="arr.clf.ax_associative"];
  "ax.Commutative" -> Magmas [style=dotted, kind="classifier_leg", id="arr.clf.ax_commutative"];
  "ax.Differential" -> "Algebras(R)" [style=dotted, kind="classifier_leg", id="arr.clf.ax_differential"];
  "ax.Domain" -> Rings [style=dotted, kind="classifier_leg", id="arr.clf.ax_domain"];
  "ax.Euclidean" -> "IntegralDomains = Domains.Commutative" [style=dotted, kind="classifier_leg", id="arr.clf.ax_euclidean"];
  "ax.FinitelyGenerated" -> Magmas [style=dotted, kind="classifier_leg", id="arr.clf.ax_finitelygenerated"];
  "ax.GCDDomain" -> "IntegralDomains = Domains.Commutative" [style=dotted, kind="classifier_leg", id="arr.clf.ax_gcddomain"];
  "ax.IntegralDomain" -> "Domains = Rings.Domain" [style=dotted, kind="classifier_leg", id="arr.clf.ax_integraldomain"];
  "ax.Inverse" -> Magmas [style=dotted, kind="classifier_leg", id="arr.clf.ax_inverse"];
  "ax.Monoidal" -> CatObject [style=dotted, kind="classifier_leg", id="arr.clf.ax_monoidal"];
  "ax.Noetherian" -> "CommRings = Rings.Commutative" [style=dotted, kind="classifier_leg", id="arr.clf.ax_noetherian"];
  "ax.PID" -> "IntegralDomains = Domains.Commutative" [style=dotted, kind="classifier_leg", id="arr.clf.ax_pid"];
  "ax.UFD" -> "IntegralDomains = Domains.Commutative" [style=dotted, kind="classifier_leg", id="arr.clf.ax_ufd"];
  "ax.Unital" -> Magmas [style=dotted, kind="classifier_leg", id="arr.clf.ax_unital"];
  "CatObject.Colimits" -> CatObject [style=dotted, kind="classifier_leg", id="arr.clf.catobject_colimits"];
  "CatObject.Coproducts" -> "CatObject.Colimits" [style=dotted, kind="classifier_leg", id="arr.clf.catobject_coproducts"];
  "CatObject.Finite" -> CatObject [style=dotted, kind="classifier_leg", id="arr.clf.catobject_finite"];
  "CatObject.Limits" -> CatObject [style=dotted, kind="classifier_leg", id="arr.clf.catobject_limits"];
  "CatObject.LocallySmall" -> CatObject [style=dotted, kind="classifier_leg", id="arr.clf.catobject_locallysmall"];
  "CatObject.Products" -> "CatObject.Limits" [style=dotted, kind="classifier_leg", id="arr.clf.catobject_products"];
  "CatObject.Thin" -> CatObject [style=dotted, kind="classifier_leg", id="arr.clf.catobject_thin"];
  "Graphs.Directed" -> Graphs [style=dotted, kind="classifier_leg", id="arr.clf.graphs_directed"];
  "∫Bil.Alternating" -> "∫Bil.SkewSymmetric" [style=dotted, kind="classifier_leg", id="arr.clf.int_bil_alternating"];
  "∫Bil_R(W).Finite" -> "∫Bil_R(W)" [style=dotted, kind="classifier_leg", id="arr.clf.int_bil_r_finite"];
  "∫Bil_R(W).Nondegenerate" -> "∫Bil_R(W)" [style=dotted, kind="classifier_leg", id="arr.clf.int_bil_r_nondegenerate"];
  "∫Bil.SkewSymmetric" -> "∫Bil_R(W)" [style=dotted, kind="classifier_leg", id="arr.clf.int_bil_skewsymmetric"];
  "∫Bil.Symmetric" -> "∫Bil_R(W)" [style=dotted, kind="classifier_leg", id="arr.clf.int_bil_symmetric"];
  "∫Hom.Even" -> "∫Hom_R(−,W)" [style=dotted, kind="classifier_leg", id="arr.clf.int_hom_even"];
  "∫Hom.Nondegenerate" -> "∫Hom_R(−,W)" [style=dotted, kind="classifier_leg", id="arr.clf.int_hom_nondegenerate"];
  "∫Hom.Odd" -> "∫Hom_R(−,W)" [style=dotted, kind="classifier_leg", id="arr.clf.int_hom_odd"];
  "∫Hom.Unimodular" -> "∫Hom_R(−,W)" [style=dotted, kind="classifier_leg", id="arr.clf.int_hom_unimodular"];
  "∫Quad_R(W).Nondegenerate" -> "∫Quad_R(W)" [style=dotted, kind="classifier_leg", id="arr.clf.int_quad_r_nondegenerate"];
-   "Lat.Definite" -> "Lat_R = ∫Bil_R(R).Symmetric.Nondegenerate" [style=dotted, kind="classifier_leg", id="arr.clf.lat_definite"];
-   "Lat.Hyperbolic" -> "Lat_R = ∫Bil_R(R).Symmetric.Nondegenerate" [style=dotted, kind="classifier_leg", id="arr.clf.lat_hyperbolic"];
-   "Lat.Indefinite" -> "Lat_R = ∫Bil_R(R).Symmetric.Nondegenerate" [style=dotted, kind="classifier_leg", id="arr.clf.lat_indefinite"];
-   "Lat.NegativeDefinite" -> "Lat_R = ∫Bil_R(R).Symmetric.Nondegenerate" [style=dotted, kind="classifier_leg", id="arr.clf.lat_negativedefinite"];
-   "Lat.PositiveDefinite" -> "Lat_R = ∫Bil_R(R).Symmetric.Nondegenerate" [style=dotted, kind="classifier_leg", id="arr.clf.lat_positivedefinite"];
+   "Lat.Definite" -> "Lat_R = ∫Bil_R(R).Symmetric.GenericallyNondegenerate" [style=dotted, kind="classifier_leg", id="arr.clf.lat_definite"];
+   "Lat.Hyperbolic" -> "Lat_R = ∫Bil_R(R).Symmetric.GenericallyNondegenerate" [style=dotted, kind="classifier_leg", id="arr.clf.lat_hyperbolic"];
+   "Lat.Indefinite" -> "Lat_R = ∫Bil_R(R).Symmetric.GenericallyNondegenerate" [style=dotted, kind="classifier_leg", id="arr.clf.lat_indefinite"];
+   "Lat.NegativeDefinite" -> "Lat_R = ∫Bil_R(R).Symmetric.GenericallyNondegenerate" [style=dotted, kind="classifier_leg", id="arr.clf.lat_negativedefinite"];
+   "Lat.PositiveDefinite" -> "Lat_R = ∫Bil_R(R).Symmetric.GenericallyNondegenerate" [style=dotted, kind="classifier_leg", id="arr.clf.lat_positivedefinite"];
  "Magmas.Multiplicative" -> Magmas [style=dotted, kind="classifier_leg", id="arr.clf.magmas_multiplicative"];
  "Manifolds.PL" -> Manifolds [style=dotted, kind="classifier_leg", id="arr.clf.manifolds_pl"];
  "Manifolds.Smooth" -> Manifolds [style=dotted, kind="classifier_leg", id="arr.clf.manifolds_smooth"];
  "Modules.OverField" -> "Modules(R)" [style=dotted, kind="classifier_leg", id="arr.clf.modules.over_field"];
  "Modules.WithBasis" -> "Modules(R)" [style=dotted, kind="classifier_leg", id="arr.clf.modules.with_basis"];
  "Modules.FinitelyGenerated" -> "Modules(R)" [style=dotted, kind="classifier_leg", id="arr.clf.modules_finitelygenerated"];
  "Modules.FinitelyPresented" -> "Modules(R)" [style=dotted, kind="classifier_leg", id="arr.clf.modules_finitelypresented"];
  "Modules.FiniteRank" -> "Modules(R)" [style=dotted, kind="classifier_leg", id="arr.clf.modules_finiterank"];
  "Modules.Free" -> "Modules(R)" [style=dotted, kind="classifier_leg", id="arr.clf.modules_free"];
  "Modules.Projective" -> "Modules(R)" [style=dotted, kind="classifier_leg", id="arr.clf.modules_projective"];
  "Modules.Torsion" -> "Modules(R)" [style=dotted, kind="classifier_leg", id="arr.clf.modules_torsion"];
  "Modules.TorsionFree" -> "Modules(R)" [style=dotted, kind="classifier_leg", id="arr.clf.modules_torsionfree"];
  "Modules.WithGenerators" -> "Modules(R)" [style=dotted, kind="classifier_leg", id="arr.clf.modules_withgenerators"];
  "Rings.Commutative" -> Rings [style=dotted, kind="classifier_leg", id="arr.clf.rings_commutative"];
  "Schemes.Affine" -> "Schemes(S)" [style=dotted, kind="classifier_leg", id="arr.clf.schemes_affine"];
  "Schemes.Étale" -> "Schemes(S)" [style=dotted, kind="classifier_leg", id="arr.clf.schemes_etale"];
  "Schemes.Finite" -> "Schemes(S)" [style=dotted, kind="classifier_leg", id="arr.clf.schemes_finite"];
  "Schemes.FiniteType" -> "Schemes(S)" [style=dotted, kind="classifier_leg", id="arr.clf.schemes_finitetype"];
  "Schemes.Flat" -> "Schemes(S)" [style=dotted, kind="classifier_leg", id="arr.clf.schemes_flat"];
  "Schemes.Integral" -> "Schemes(S)" [style=dotted, kind="classifier_leg", id="arr.clf.schemes_integral"];
  "Schemes.LocallyFinitePresentation" -> "Schemes(S)" [style=dotted, kind="classifier_leg", id="arr.clf.schemes_locallyfinitepresentation"];
  "Schemes.Projective" -> "Schemes(S)" [style=dotted, kind="classifier_leg", id="arr.clf.schemes_projective"];
  "Schemes.Proper" -> "Schemes(S)" [style=dotted, kind="classifier_leg", id="arr.clf.schemes_proper"];
  "Schemes.RelativeDimension(n)" -> "Schemes(S)" [style=dotted, kind="classifier_leg", id="arr.clf.schemes_relativedimension"];
  "Schemes(S).RelativeDimension(1)" -> "Schemes(S)" [style=dotted, kind="classifier_leg", id="arr.clf.schemes_s_relativedimension"];
  "Schemes.Separated" -> "Schemes(S)" [style=dotted, kind="classifier_leg", id="arr.clf.schemes_separated"];
  "Schemes.Smooth" -> "Schemes(S)" [style=dotted, kind="classifier_leg", id="arr.clf.schemes_smooth"];
  "Schemes.Unramified" -> "Schemes(S)" [style=dotted, kind="classifier_leg", id="arr.clf.schemes_unramified"];
  "Sets.Finite" -> Sets [style=dotted, kind="classifier_leg", id="arr.clf.sets.finite"];
  "Sets.Graded" -> Sets [style=dotted, kind="classifier_leg", id="arr.clf.sets.graded"];
  "Sets.Countable" -> Sets [style=dotted, kind="classifier_leg", id="arr.clf.sets_countable"];
  "Sets.Infinite" -> Sets [style=dotted, kind="classifier_leg", id="arr.clf.sets_infinite"];
  "Sets.Uncountable" -> Sets [style=dotted, kind="classifier_leg", id="arr.clf.sets_uncountable"];
  "AbelianGroups = Groups.Commutative" -> "Groups = Magmas.Associative.Unital.Inverse" [kind="full_inclusion", id="arr.dot.abeliangroups__groups"];
  "AdditiveAbelianGroups = AdditiveGroups.Commutative" -> "AdditiveGroups = Magmas.Additive.Associative.Unital.Inverse" [kind="full_inclusion", id="arr.dot.additiveabeliangroups__additivegroups"];
  "AdditiveGroups = Magmas.Additive.Associative.Unital.Inverse" -> "AdditiveMonoids = Magmas.Additive.Associative.Unital" [kind="full_inclusion", id="arr.dot.additivegroups__additivemonoids"];
  "AdditiveMonoids = Magmas.Additive.Associative.Unital" -> "AdditiveSemigroups = Magmas.Additive.Associative" [kind="full_inclusion", id="arr.dot.additivemonoids__additivesemigroups"];
  "AdditiveSemigroups = Magmas.Additive.Associative" -> "Magmas.Additive" [kind="full_inclusion", id="arr.dot.additivesemigroups__magmas_additive"];
  AlgebraicSpaces -> "Schemes(S)" [kind="forgetful", id="arr.dot.algebraicspaces__schemes"];
  AlgebraicStacks -> Stacks [kind="forgetful", id="arr.dot.algebraicstacks__stacks"];
  "Algebras(R)" -> Magmas [kind="forgetful", id="arr.dot.algebras__magmas"];
  "AlgebrasOverField = Algebras.OverField" -> "Algebras(R)" [kind="full_inclusion", id="arr.dot.algebrasoverfield__algebras"];
  "AlgebrasOverField = Algebras.OverField" -> "VectorSpaces(K) = Modules.OverField" [kind="full_inclusion", id="arr.dot.algebrasoverfield__vectorspaces"];
  "Arr(−)" -> CatObject [color="#6a1b9a", kind="construction", id="arr.dot.arr__catobject"];
  ArtinStacks -> AlgebraicStacks [kind="forgetful", id="arr.dot.artinstacks__algebraicstacks"];
  "AssociativeAlgebras = Algebras.Associative" -> "Algebras(R)" [kind="full_inclusion", id="arr.dot.associativealgebras__algebras"];
  "Bialgebras(R)" -> "Coalgebras(R)" [kind="forgetful", id="arr.dot.bialgebras__coalgebras"];
  "Bialgebras(R)" -> "UnitalAlgebras = Algebras.Associative.Unital" [kind="forgetful", id="arr.dot.bialgebras__unitalalgebras"];
  Bicategories -> CatObject [kind="forgetful", id="arr.dot.bicategories__catobject"];
  "Bimodules(R,S)" -> "LeftModules(R)" [kind="forgetful", id="arr.dot.bimodules__leftmodules"];
  "Bimodules(R,S)" -> "RightModules(R)" [kind="forgetful", id="arr.dot.bimodules__rightmodules"];
  Cat_1 -> Cat_2 [kind="forgetful", id="arr.dot.cat_1__cat_2"];
  Cat_2 -> Bicategories [kind="forgetful", id="arr.dot.cat_2__bicategories"];
  "ChainComplexes(C)" -> "NonUnitalDGAs = Algebras.Differential" [kind="forgetful", id="arr.dot.chaincomplexes__nonunitaldgas"];
  ChowGroups -> "AbelianGroups = Groups.Commutative" [color="#6a1b9a", kind="construction", id="arr.dot.chowgroups__abeliangroups"];
  "C∞Algebras(R)" -> "CommAlgebras = UnitalAlgebras.Commutative" [kind="forgetful", id="arr.dot.cinftyalgebras__commalgebras"];
  ClassifyingStacks -> QuotientStacks [kind="forgetful", id="arr.dot.classifyingstacks__quotientstacks"];
  "CliffordAlgebras(R)" -> "UnitalAlgebras = Algebras.Associative.Unital" [kind="forgetful", id="arr.dot.cliffordalgebras__unitalalgebras"];
  "CochainComplexes(C)" -> "NonUnitalDGAs = Algebras.Differential" [kind="forgetful", id="arr.dot.cochaincomplexes__nonunitaldgas"];
  "Coh(X)" -> "Mod(O_X)" [kind="forgetful", id="arr.dot.coh__mod"];
  CohomologyRings -> Homology [color="#6a1b9a", kind="construction", id="arr.dot.cohomologyrings__homology"];
  CohomologyRings -> Rings [color="#6a1b9a", kind="construction", id="arr.dot.cohomologyrings__rings"];
  Comma -> CatObject [color="#6a1b9a", kind="construction", id="arr.dot.comma__catobject"];
  "CommAlgebras = UnitalAlgebras.Commutative" -> "CommRings = Rings.Commutative" [kind="full_inclusion", id="arr.dot.commalgebras__commrings"];
  "CommAlgebras = UnitalAlgebras.Commutative" -> "UnitalAlgebras = Algebras.Associative.Unital" [kind="full_inclusion", id="arr.dot.commalgebras__unitalalgebras"];
  "CompleteIntersections(K)" -> "Varieties(K) = Schemes.Integral.Separated.FiniteType" [kind="forgetful", id="arr.dot.completeintersections__varieties"];
  Cones -> TopologicalSpaces [kind="forgetful", id="arr.dot.cones__topologicalspaces"];
  Coslices -> Comma [color="#6a1b9a", kind="construction", id="arr.dot.coslices__comma"];
  "CountableInfiniteSets = Sets.Countable.Infinite" -> "Sets.Countable" [kind="pullback_projection", id="arr.dot.countableinfinitesets__sets_countable"];
  "CountableInfiniteSets = Sets.Countable.Infinite" -> "Sets.Infinite" [kind="pullback_projection", id="arr.dot.countableinfinitesets__sets_infinite"];
  CoxeterGroups -> "Groups = Magmas.Associative.Unital.Inverse" [kind="forgetful", id="arr.dot.coxetergroups__groups"];
  "Curves(K) = Schemes.RelativeDimension(1)" -> "Varieties(K) = Schemes.Integral.Separated.FiniteType" [kind="full_inclusion", id="arr.dot.curves__varieties"];
  Cycles -> "AbelianGroups = Groups.Commutative" [color="#6a1b9a", kind="construction", id="arr.dot.cycles__abeliangroups"];
  DeligneMumfordStacks -> AlgebraicStacks [kind="forgetful", id="arr.dot.delignemumfordstacks__algebraicstacks"];
  DeligneMumfordStacks -> ArtinStacks [kind="forgetful", id="arr.dot.delignemumfordstacks__artinstacks"];
  DeRhamCohomologyRings -> CohomologyRings [color="#6a1b9a", kind="construction", id="arr.dot.derhamcohomologyrings__cohomologyrings"];
  DeRhamComplexes -> "CochainComplexes(C)" [kind="forgetful", id="arr.dot.derhamcomplexes__cochaincomplexes"];
  DeRhamComplexes -> DiffFormModules [color="#6a1b9a", kind="construction", id="arr.dot.derhamcomplexes__diffformmodules"];
  DescentData -> FibredCategories [color="#6a1b9a", kind="construction", id="arr.dot.descentdata__fibredcategories"];
  "DGAs = UnitalAlgebras.Differential" -> "Algebras(R).Graded" [kind="pullback_projection", id="arr.dot.dgas__algebras_graded"];
  "DGAs = UnitalAlgebras.Differential" -> "NonUnitalDGAs = Algebras.Differential" [kind="full_inclusion", id="arr.dot.dgas__nonunitaldgas"];
  "DGAs = UnitalAlgebras.Differential" -> "UnitalAlgebras = Algebras.Associative.Unital" [kind="full_inclusion", id="arr.dot.dgas__unitalalgebras"];
  DiagramCategories -> FunctorCategories [color="#6a1b9a", kind="construction", id="arr.dot.diagramcategories__functorcategories"];
  DiffFormModules -> "Modules(R)" [color="#6a1b9a", kind="construction", id="arr.dot.diffformmodules__modules"];
  DiffFormModules -> "Sets.Graded" [color="#6a1b9a", kind="construction", id="arr.dot.diffformmodules__sets_graded"];
-   "DiscBil = ∫Bil.Symmetric.Nondegenerate.Finite" -> "∫Bil_R(W)" [kind="full_inclusion", id="arr.dot.discbil__int_bil_r"];
-   "DiscBil = ∫Bil.Symmetric.Nondegenerate.Finite" -> "Sets.Finite" [kind="pullback_projection", id="arr.dot.discbil__sets_finite"];
+   "DiscBil = ∫Bil.Symmetric.Perfect.Finite" -> "∫Bil_R(W)" [kind="full_inclusion", id="arr.dot.discbil__int_bil_r"];
+   "DiscBil = ∫Bil.Symmetric.Perfect.Finite" -> "Sets.Finite" [kind="pullback_projection", id="arr.dot.discbil__sets_finite"];
  "DiscQuad = ∫Quad.Nondegenerate" -> "∫Quad_R(W)" [kind="full_inclusion", id="arr.dot.discquad__int_quad_r"];
  Div -> "AbelianGroups = Groups.Commutative" [color="#6a1b9a", kind="construction", id="arr.dot.div__abeliangroups"];
  "DivisionRings = Rings.Division" -> "Domains = Rings.Domain" [kind="full_inclusion", id="arr.dot.divisionrings__domains"];
  "DivisionRings = Rings.Division" -> Rings [kind="full_inclusion", id="arr.dot.divisionrings__rings"];
  DualObjects -> "TensorProducts = CatObject.Monoidal" [kind="forgetful", id="arr.dot.dualobjects__tensorproducts"];
  "EuclideanDomains = Rings.Commutative.Euclidean" -> "PIDs = Rings.Commutative.PID" [kind="full_inclusion", id="arr.dot.euclideandomains__pids"];
  "ExteriorAlgebras(R)" -> "Algebras(R).Graded" [kind="pullback_projection", id="arr.dot.exterioralgebras__algebras_graded"];
  "ExteriorAlgebras(R)" -> "UnitalAlgebras = Algebras.Associative.Unital" [kind="forgetful", id="arr.dot.exterioralgebras__unitalalgebras"];
  Fans -> Cones [kind="forgetful", id="arr.dot.fans__cones"];
  FibredCategories -> Cat_1 [color="#6a1b9a", kind="construction", id="arr.dot.fibredcategories__cat_1"];
  Fields -> "DivisionRings = Rings.Division" [kind="forgetful", id="arr.dot.fields__divisionrings"];
  Fields -> "EuclideanDomains = Rings.Commutative.Euclidean" [kind="forgetful", id="arr.dot.fields__euclideandomains"];
  "FinitelyGeneratedGroups = Magmas.Associative.Unital.Inverse.FinitelyGenerated" -> "Groups = Magmas.Associative.Unital.Inverse" [kind="full_inclusion", id="arr.dot.finitelygeneratedgroups__groups"];
  "FinitelyGeneratedModules = Modules.FinitelyGenerated" -> "Modules(R)" [kind="full_inclusion", id="arr.dot.finitelygeneratedmodules__modules"];
  "FinitelyPresentedModules = Modules.FinitelyPresented" -> "FinitelyGeneratedModules = Modules.FinitelyGenerated" [kind="full_inclusion", id="arr.dot.finitelypresentedmodules__finitelygeneratedmodules"];
  "FiniteRankModules = Modules.FiniteRank" -> "Modules(R)" [kind="full_inclusion", id="arr.dot.finiterankmodules__modules"];
  "FreeModules = Modules.Free" -> "Modules(R)" [kind="full_inclusion", id="arr.dot.freemodules__modules"];
  "FreeModules = Modules.Free" -> "ProjectiveModules = Modules.Projective" [kind="full_inclusion", id="arr.dot.freemodules__projectivemodules"];
  FunctorCategories -> HomCategories [color="#6a1b9a", kind="construction", id="arr.dot.functorcategories__homcategories"];
  "G-Objects(G)" -> CatObject [kind="forgetful", id="arr.dot.g_objects__catobject"];
  "G-Objects(G)" -> "Groups = Magmas.Associative.Unital.Inverse" [kind="forgetful", id="arr.dot.g_objects__groups"];
  "GCDDomains = Rings.Commutative.GCDDomain" -> "IntegralDomains = Domains.Commutative" [kind="full_inclusion", id="arr.dot.gcddomains__integraldomains"];
  Genera -> "Sets.Finite" [color="#6a1b9a", kind="construction", id="arr.dot.genera__sets_finite"];
  Graphs -> CatObject [kind="forgetful", id="arr.dot.graphs__catobject"];
  GroupoidObjects -> CatObject [color="#6a1b9a", kind="construction", id="arr.dot.groupoidobjects__catobject"];
  GroupoidObjects -> Groupoids [color="#6a1b9a", kind="construction", id="arr.dot.groupoidobjects__groupoids"];
  Groupoids -> Cat_1 [kind="forgetful", id="arr.dot.groupoids__cat_1"];
  HodgeStructures -> "AdditiveAbelianGroups = AdditiveGroups.Commutative" [kind="forgetful", id="arr.dot.hodgestructures__additiveabeliangroups"];
  HomCategories -> CatObject [color="#6a1b9a", kind="construction", id="arr.dot.homcategories__catobject"];
  Homology -> "DGAs = UnitalAlgebras.Differential" [kind="forgetful", id="arr.dot.homology__dgas"];
  Homology -> "Modules(R)" [kind="forgetful", id="arr.dot.homology__modules"];
  Homsets -> HomCategories [kind="forgetful", id="arr.dot.homsets__homcategories"];
  Homsets -> Sets [kind="forgetful", id="arr.dot.homsets__sets"];
  "Hypersurfaces(K)" -> "Varieties(K) = Schemes.Integral.Separated.FiniteType" [kind="forgetful", id="arr.dot.hypersurfaces__varieties"];
  IncidenceCategories -> Cat_1 [kind="forgetful", id="arr.dot.incidencecategories__cat_1"];
  "∫Bil_R(W)" -> "∫Hom_R(−,W)" [kind="forgetful", id="arr.dot.int_bil_r__int_hom_r"];
  "∫Herm_R(W)" -> "∫Hom_R(−,W)" [kind="forgetful", id="arr.dot.int_herm_r__int_hom_r"];
  "∫Hom_R(−,W)" -> "Modules(R)" [kind="forgetful", id="arr.dot.int_hom_r__modules"];
  "∫Quad_R(W)" -> "∫Hom_R(−,W)" [kind="forgetful", id="arr.dot.int_quad_r__int_hom_r"];
  "IntegralDomains = Domains.Commutative" -> "CommRings = Rings.Commutative" [kind="full_inclusion", id="arr.dot.integraldomains__commrings"];
  "IntegralDomains = Domains.Commutative" -> "Domains = Rings.Domain" [kind="full_inclusion", id="arr.dot.integraldomains__domains"];
  IsometryGroups -> LatticeHomsets [color="#6a1b9a", kind="construction", id="arr.dot.isometrygroups__latticehomsets"];
  IsometryGroups -> OrthogonalGroups [color="#6a1b9a", kind="construction", id="arr.dot.isometrygroups__orthogonalgroups"];
  IsomorphicObjects -> "Arr(−)" [color="#6a1b9a", kind="construction", id="arr.dot.isomorphicobjects__arr"];
-   "Lat_R = ∫Bil_R(R).Symmetric.Nondegenerate" -> "∫Bil_R(W)" [kind="full_inclusion", id="arr.dot.lat_r__int_bil_r"];
-   "Lat_R = ∫Bil_R(R).Symmetric.Nondegenerate" -> "ProjectiveModules = Modules.Projective" [kind="full_inclusion", id="arr.dot.lat_r__projectivemodules"];
+   "Lat_R = ∫Bil_R(R).Symmetric.GenericallyNondegenerate" -> "∫Bil_R(W)" [kind="full_inclusion", id="arr.dot.lat_r__int_bil_r"];
+   "Lat_R = ∫Bil_R(R).Symmetric.GenericallyNondegenerate" -> "ProjectiveModules = Modules.Projective" [kind="full_inclusion", id="arr.dot.lat_r__projectivemodules"];
  LatticeHomsets -> Homsets [kind="forgetful", id="arr.dot.latticehomsets__homsets"];
-   LatticeHomsets -> "Lat_R = ∫Bil_R(R).Symmetric.Nondegenerate" [kind="forgetful", id="arr.dot.latticehomsets__lat_r"];
+   LatticeHomsets -> "Lat_R = ∫Bil_R(R).Symmetric.GenericallyNondegenerate" [kind="forgetful", id="arr.dot.latticehomsets__lat_r"];
  LatticePolytopes -> Polyhedra [kind="forgetful", id="arr.dot.latticepolytopes__polyhedra"];
  LocallyRingedSpaces -> RingedSpaces [kind="forgetful", id="arr.dot.locallyringedspaces__ringedspaces"];
  Manifolds -> RingedSpaces [kind="forgetful", id="arr.dot.manifolds__ringedspaces"];
  Manifolds -> TopologicalSpaces [kind="forgetful", id="arr.dot.manifolds__topologicalspaces"];
  "Manifolds.Smooth" -> "Varieties(K) = Schemes.Integral.Separated.FiniteType" [color="#6a1b9a", kind="construction", id="arr.dot.manifolds_smooth__varieties"];
  MetricSpaces -> TopologicalSpaces [kind="forgetful", id="arr.dot.metricspaces__topologicalspaces"];
  "Mod(O_X)" -> "Modules(R)" [kind="forgetful", id="arr.dot.mod__modules"];
  "Mod(O_X)" -> RingedSites [kind="forgetful", id="arr.dot.mod__ringedsites"];
  "Mod(O_X)" -> RingedSpaces [kind="forgetful", id="arr.dot.mod__ringedspaces"];
  "Modules(R)" -> "AdditiveAbelianGroups = AdditiveGroups.Commutative" [kind="forgetful", id="arr.dot.modules__additiveabeliangroups"];
  "ModulesWithBasis = Bimodules(R,R).WithBasis" -> "FreeModules = Modules.Free" [kind="full_inclusion", id="arr.dot.moduleswithbasis__freemodules"];
  "ModulesWithGenerators = Modules.WithGenerators" -> "Modules(R)" [kind="full_inclusion", id="arr.dot.moduleswithgenerators__modules"];
  "NoetherianCommRings = Rings.Commutative.Noetherian" -> "CommRings = Rings.Commutative" [kind="full_inclusion", id="arr.dot.noetheriancommrings__commrings"];
  "NonUnitalDGAs = Algebras.Differential" -> "Algebras(R)" [kind="full_inclusion", id="arr.dot.nonunitaldgas__algebras"];
  "NonUnitalDGAs = Algebras.Differential" -> "Algebras(R).Graded" [kind="pullback_projection", id="arr.dot.nonunitaldgas__algebras_graded"];
  NS -> "AbelianGroups = Groups.Commutative" [color="#6a1b9a", kind="construction", id="arr.dot.ns__abeliangroups"];
-   NS -> "Lat_R = ∫Bil_R(R).Symmetric.Nondegenerate" [color="#6a1b9a", kind="construction", id="arr.dot.ns__lat_r"];
+   NS -> "Lat_R = ∫Bil_R(R).Symmetric.GenericallyNondegenerate" [color="#6a1b9a", kind="construction", id="arr.dot.ns__lat_r"];
  "(−)^op" -> CatObject [color="#6a1b9a", kind="construction", id="arr.dot.op__catobject"];
  OrthogonalGroups -> "Groups = Magmas.Associative.Unital.Inverse" [color="#6a1b9a", kind="construction", id="arr.dot.orthogonalgroups__groups"];
  OrthogonalGroups -> "∫Bil_R(W)" [color="#6a1b9a", kind="construction", id="arr.dot.orthogonalgroups__int_bil_r"];
  Pic -> "AbelianGroups = Groups.Commutative" [color="#6a1b9a", kind="construction", id="arr.dot.pic__abeliangroups"];
  "PIDs = Rings.Commutative.PID" -> "UFDs = Rings.Commutative.UFD" [kind="full_inclusion", id="arr.dot.pids__ufds"];
  Polyhedra -> TopologicalSpaces [kind="forgetful", id="arr.dot.polyhedra__topologicalspaces"];
  Posets -> "CatObject.Thin" [kind="pullback_projection", id="arr.dot.posets__catobject_thin"];
  Presheaves -> FunctorCategories [kind="forgetful", id="arr.dot.presheaves__functorcategories"];
  Prestacks -> FibredCategories [kind="forgetful", id="arr.dot.prestacks__fibredcategories"];
  "ProjectiveModules = Modules.Projective" -> "Modules(R)" [kind="full_inclusion", id="arr.dot.projectivemodules__modules"];
  "QCoh(X)" -> "Mod(O_X)" [kind="forgetful", id="arr.dot.qcoh__mod"];
  Quotients -> Coslices [color="#6a1b9a", kind="construction", id="arr.dot.quotients__coslices"];
  QuotientStacks -> AlgebraicStacks [kind="forgetful", id="arr.dot.quotientstacks__algebraicstacks"];
  QuotientStacks -> "G-Objects(G)" [kind="forgetful", id="arr.dot.quotientstacks__g_objects"];
  QuotientStacks -> GroupoidObjects [kind="forgetful", id="arr.dot.quotientstacks__groupoidobjects"];
  ReflectionGroups -> "Groups = Magmas.Associative.Unital.Inverse" [kind="forgetful", id="arr.dot.reflectiongroups__groups"];
  "RightModules(R)" -> "AdditiveAbelianGroups = AdditiveGroups.Commutative" [kind="forgetful", id="arr.dot.rightmodules__additiveabeliangroups"];
  RingedSites -> Sites [kind="forgetful", id="arr.dot.ringedsites__sites"];
  RingedSpaces -> TopologicalSpaces [kind="forgetful", id="arr.dot.ringedspaces__topologicalspaces"];
  RingedTopoi -> Topoi [kind="forgetful", id="arr.dot.ringedtopoi__topoi"];
  Rings -> Rngs [kind="forgetful", id="arr.dot.rings__rngs"];
  Rings -> Semirings [kind="forgetful", id="arr.dot.rings__semirings"];
  Rngs -> "AdditiveAbelianGroups = AdditiveGroups.Commutative" [kind="forgetful", id="arr.dot.rngs__additiveabeliangroups"];
  Rngs -> "Semigroups = Magmas.Associative" [kind="forgetful", id="arr.dot.rngs__semigroups"];
-   RootLattices -> "Lat_R = ∫Bil_R(R).Symmetric.Nondegenerate" [kind="forgetful", id="arr.dot.rootlattices__lat_r"];
+   RootLattices -> "Lat_R = ∫Bil_R(R).Symmetric.GenericallyNondegenerate" [kind="forgetful", id="arr.dot.rootlattices__lat_r"];
  RootSystems -> Cones [kind="forgetful", id="arr.dot.rootsystems__cones"];
  "Schemes(S)" -> AlgebraicStacks [kind="forgetful", id="arr.dot.schemes__algebraicstacks"];
  "Schemes(S)" -> LocallyRingedSpaces [kind="forgetful", id="arr.dot.schemes__locallyringedspaces"];
  Semirings -> "AdditiveMonoids = Magmas.Additive.Associative.Unital" [kind="forgetful", id="arr.dot.semirings__additivemonoids"];
  Semirings -> "Monoids = Magmas.Associative.Unital" [kind="forgetful", id="arr.dot.semirings__monoids"];
  Sheaves -> Presheaves [kind="full_inclusion", id="arr.dot.sheaves__presheaves"];
  Sites -> Cat_1 [kind="forgetful", id="arr.dot.sites__cat_1"];
  Slices -> Comma [color="#6a1b9a", kind="construction", id="arr.dot.slices__comma"];
  SpecializationPosets -> Posets [kind="forgetful", id="arr.dot.specializationposets__posets"];
  StableGraphs -> Graphs [kind="forgetful", id="arr.dot.stablegraphs__graphs"];
  StableGraphs -> StratifiedSpaces [kind="forgetful", id="arr.dot.stablegraphs__stratifiedspaces"];
  Stacks -> Prestacks [kind="full_inclusion", id="arr.dot.stacks__prestacks"];
  StratifiedSpaces -> DeligneMumfordStacks [kind="forgetful", id="arr.dot.stratifiedspaces__delignemumfordstacks"];
  StratifiedSpaces -> SpecializationPosets [color="#6a1b9a", kind="construction", id="arr.dot.stratifiedspaces__specializationposets"];
  StratifiedSpaces -> TopologicalSpaces [kind="forgetful", id="arr.dot.stratifiedspaces__topologicalspaces"];
  Subobjects -> Slices [color="#6a1b9a", kind="construction", id="arr.dot.subobjects__slices"];
  Subquotients -> Quotients [color="#6a1b9a", kind="construction", id="arr.dot.subquotients__quotients"];
  Subquotients -> Subobjects [color="#6a1b9a", kind="construction", id="arr.dot.subquotients__subobjects"];
  "Surfaces(K) = Schemes.RelativeDimension(2)" -> "Varieties(K) = Schemes.Integral.Separated.FiniteType" [kind="full_inclusion", id="arr.dot.surfaces__varieties"];
  "SymmetricAlgebras(R)" -> "CommAlgebras = UnitalAlgebras.Commutative" [kind="forgetful", id="arr.dot.symmetricalgebras__commalgebras"];
  "TensorAlgebras(R)" -> "UnitalAlgebras = Algebras.Associative.Unital" [kind="forgetful", id="arr.dot.tensoralgebras__unitalalgebras"];
  TensorFieldModules -> "C∞Algebras(R)" [color="#6a1b9a", kind="construction", id="arr.dot.tensorfieldmodules__cinftyalgebras"];
  TensorFieldModules -> "Modules(R)" [color="#6a1b9a", kind="construction", id="arr.dot.tensorfieldmodules__modules"];
  "TensorProducts = CatObject.Monoidal" -> CatObject [kind="full_inclusion", id="arr.dot.tensorproducts__catobject"];
  Topoi -> Sheaves [kind="forgetful", id="arr.dot.topoi__sheaves"];
  TopologicalSpaces -> Sets [kind="forgetful", id="arr.dot.topologicalspaces__sets"];
  "ToricVarieties(K)" -> "Varieties(K) = Schemes.Integral.Separated.FiniteType" [kind="forgetful", id="arr.dot.toricvarieties__varieties"];
  Torsors -> "G-Objects(G)" [color="#6a1b9a", kind="construction", id="arr.dot.torsors__g_objects"];
  "UFDs = Rings.Commutative.UFD" -> "GCDDomains = Rings.Commutative.GCDDomain" [kind="full_inclusion", id="arr.dot.ufds__gcddomains"];
  "UnitalAlgebras = Algebras.Associative.Unital" -> "AssociativeAlgebras = Algebras.Associative" [kind="full_inclusion", id="arr.dot.unitalalgebras__associativealgebras"];
  "Varieties(K) = Schemes.Integral.Separated.FiniteType" -> "Schemes(S)" [kind="full_inclusion", id="arr.dot.varieties__schemes"];
  VectorFieldModules -> "C∞Algebras(R)" [color="#6a1b9a", kind="construction", id="arr.dot.vectorfieldmodules__cinftyalgebras"];
  VectorFieldModules -> "Modules(R)" [color="#6a1b9a", kind="construction", id="arr.dot.vectorfieldmodules__modules"];
  "VectorSpaces(K) = Modules.OverField" -> "Modules(R)" [kind="full_inclusion", id="arr.dot.vectorspaces__modules"];
  "VectorSpacesWithBasis = VectorSpaces.WithBasis" -> "ModulesWithBasis = Bimodules(R,R).WithBasis" [kind="full_inclusion", id="arr.dot.vectorspaceswithbasis__moduleswithbasis"];
  "VectorSpacesWithBasis = VectorSpaces.WithBasis" -> "VectorSpaces(K) = Modules.OverField" [kind="full_inclusion", id="arr.dot.vectorspaceswithbasis__vectorspaces"];
  WeylGroups -> ReflectionGroups [kind="forgetful", id="arr.dot.weylgroups__reflectiongroups"];
  Magmas -> Sets [kind="forgetful", id="arr.fun.magmas_to_sets"];
  Sets -> CatObject [kind="forgetful", id="arr.fun.sets_to_cat_object"];
  Fields -> Rings [kind="full_inclusion", id="arr.incl.fields_to_rings"];
  "Groups = Magmas.Associative.Unital.Inverse" -> "Monoids = Magmas.Associative.Unital" [kind="full_inclusion", id="arr.incl.groups_to_monoids"];
  "Monoids = Magmas.Associative.Unital" -> "Semigroups = Magmas.Associative" [kind="full_inclusion", id="arr.incl.monoids_to_semigroups"];
  "Semigroups = Magmas.Associative" -> Magmas [kind="full_inclusion", id="arr.incl.semigroups_to_magmas"];
  WeylGroups -> CoxeterGroups [kind="full_inclusion", id="arr.incl.weyl_to_coxeter"];
  "Algebras(R)" -> Rings [style=dashed,color="#e65100", kind="parameter_dependency", id="arr.param.algebras_r_base_ring"];
  "Modules(R)" -> Rings [style=dashed,color="#e65100", kind="parameter_dependency", id="arr.param.modules_r_base_ring"];
  "VectorSpaces(K) = Modules.OverField" -> Fields [style=dashed,color="#e65100", kind="parameter_dependency", id="arr.param.vector_spaces_field"];
  "CommRings = Rings.Commutative" -> Rings [kind="pullback_projection", id="arr.pb.comm_rings_to_rings"];
  "FiniteFields = Fields.Finite" -> Fields [kind="pullback_projection", id="arr.pb.finite_fields_to_fields"];
  "FiniteFields = Fields.Finite" -> "Sets.Finite" [kind="pullback_projection", id="arr.pb.finite_fields_to_sets_finite"];
  "FiniteRings = Rings.Finite" -> Rings [kind="pullback_projection", id="arr.pb.finite_rings_to_rings"];
  "FiniteRings = Rings.Finite" -> "Sets.Finite" [kind="pullback_projection", id="arr.pb.finite_rings_to_sets_finite"];
  "Lat.Hyperbolic" -> "Lat.Indefinite" [style=dashed, kind="theorem_inclusion", id="arr.thm.lat_hyperbolic_implies_indefinite"];
  "Lat.NegativeDefinite" -> "Lat.Definite" [style=dashed, kind="theorem_inclusion", id="arr.thm.lat_negative_definite"];
  "Lat.PositiveDefinite" -> "Lat.Definite" [style=dashed, kind="theorem_inclusion", id="arr.thm.lat_positive_definite"];
  "Sets.Finite" -> "Sets.Countable" [style=dashed, kind="theorem_inclusion", id="arr.thm.sets_finite_implies_countable"];
  "Sets.Uncountable" -> "Sets.Infinite" [style=dashed, kind="theorem_inclusion", id="arr.thm.sets_uncountable_implies_infinite"];
  "AdditiveGroups = Magmas.Additive.Associative.Unital.Inverse" -> "Magmas.Additive" [kind="forgetful", id="fun.additive_groups_to_additive_magmas"];
  "Algebras(R)" -> "Modules(R)" [kind="forgetful", id="fun.algebras_to_modules"];
  "Algebras(R)" -> Sets [kind="forgetful", id="fun.algebras_to_sets"];
  "Bialgebras(R)" -> "Algebras(R)" [kind="forgetful", id="fun.bialgebras_to_algebras"];
  "Coalgebras(R)" -> "Modules(R)" [kind="forgetful", id="fun.coalgebras_to_modules"];
  "Domains = Rings.Domain" -> Rings [kind="full_inclusion", id="fun.domains_to_rings"];
  Fields -> Sets [kind="forgetful", id="fun.fields_to_sets"];
  "Groups = Magmas.Associative.Unital.Inverse" -> Magmas [kind="forgetful", id="fun.groups_to_magmas"];
  "HopfAlgebras(R)" -> "Bialgebras(R)" [kind="forgetful", id="fun.hopf_to_bialgebras"];
  "IntegralDomains = Domains.Commutative" -> Fields [kind="forgetful", id="fun.integral_domains_to_fields"];
  "LieAlgebras(R)" -> "Algebras(R)" [kind="forgetful", id="fun.lie_to_algebras"];
  Manifolds -> Sets [kind="forgetful", id="fun.manifolds_to_sets"];
  MetricSpaces -> Sets [kind="forgetful", id="fun.metricspaces_to_sets"];
  "Modules(R)" -> Sets [kind="forgetful", id="fun.modules_to_sets"];
  Posets -> Sets [kind="forgetful", id="fun.posets_to_sets"];
  Rings -> Magmas [kind="forgetful", id="fun.rings_to_multiplicative_magmas"];
  Rings -> Sets [kind="forgetful", id="fun.rings_to_sets"];
  "UnitalAlgebras = Algebras.Associative.Unital" -> Magmas [kind="forgetful", id="fun.unital_algebras_to_magmas"];
  "Magmas.Additive" -> Magmas [kind="full_inclusion", id="arr.incl.additive_magmas_to_magmas"];
  "AdditiveGroups = Magmas.Additive.Associative.Unital.Inverse" -> Magmas [kind="forgetful", id="fun.additive_groups_to_magmas"];
  "Bimodules(R,R)" -> "Bimodules(R,S)" [kind="full_inclusion", id="arr.dot.bimodulesdiagonal__bimodules"];
  "Algebras(R)" -> "Bimodules(R,R)" [kind="forgetful", id="fun.algebras_to_bimodules"];
  "Bimodules(K,K) = Bimodules(R,R).OverField" -> "Bimodules(R,R)" [kind="full_inclusion", id="arr.dot.bimodulesfield__bimodulesdiagonal"];
  "VectorSpaces(K) = Modules.OverField" -> "Bimodules(K,K) = Bimodules(R,R).OverField" [kind="full_inclusion", id="fun.vectorspaces_central_section"];
  "AlgebrasOverField = Algebras.OverField" -> "Bimodules(K,K) = Bimodules(R,R).OverField" [kind="forgetful", id="fun.algebras_over_field_to_bimodules"];
  Sets -> "Monoids = Magmas.Associative.Unital" [kind="left_adjoint", id="fun.free.monoid"];
  Sets -> "Groups = Magmas.Associative.Unital.Inverse" [kind="left_adjoint", id="fun.free.group"];
  Sets -> "AdditiveAbelianGroups = AdditiveGroups.Commutative" [kind="left_adjoint", id="fun.free.abelian_group"];
  Sets -> "Modules(R)" [kind="left_adjoint", id="fun.free.module_r"];
  "Modules(R)" -> "UnitalAlgebras = Algebras.Associative.Unital" [kind="left_adjoint", id="fun.tensor_algebra"];
  Sets -> "UnitalAlgebras = Algebras.Associative.Unital" [kind="left_adjoint", id="fun.free.associative_algebra_set"];
  "Modules(R)" -> "CommAlgebras = UnitalAlgebras.Commutative" [kind="left_adjoint", id="fun.symmetric_algebra"];
  Sets -> "CommAlgebras = UnitalAlgebras.Commutative" [kind="left_adjoint", id="fun.free.commutative_algebra_set"];
  "Monoids = Magmas.Associative.Unital" -> "Bialgebras(R)" [kind="left_adjoint", id="fun.monoid_algebra"];
  "Groups = Magmas.Associative.Unital.Inverse" -> "HopfAlgebras(R)" [kind="left_adjoint", id="fun.group_algebra"];
  "Bialgebras(R)" -> "Monoids = Magmas.Associative.Unital" [kind="right_adjoint", id="fun.grouplike_elements"];
  "HopfAlgebras(R)" -> "Groups = Magmas.Associative.Unital.Inverse" [kind="right_adjoint", id="fun.grouplike_elements_hopf"];
  "BiAct(R,S)" -> "Modules(R)" [kind="pullback_projection", id="arr.proj.biact__modules"];
  "BiAct(R,S)" -> "RightModules(R)" [kind="pullback_projection", id="arr.proj.biact__rightmodules"];
  "Bimodules(R,S)" -> "BiAct(R,S)" [style=dotted, kind="classifier_leg", id="arr.clf.biact.commutation"];
  "BasisFrame_n(R)" -> "GenFrame_n(R)" [kind="full_inclusion", id="arr.frame.basisframe__genframe"];
  "BasisFrame_n(R)" -> "Coord_n(R)" [kind="forgetful", id="arr.frame.basisframe__coord"];
  "GenFrame_n(R)" -> "Modules(R)" [kind="forgetful", id="arr.frame.genframe__modules"];
  "Coord_n(R)" -> "Modules(R)" [kind="forgetful", id="arr.frame.coord__modules"];
  "SymMat_n(R)" -> "Bil^coord_n(R) = Bil x^h_{R-Mod} Coord_n(R)" [color="#6a1b9a", kind="construction", id="fun.gram_n"];
  "Bil^coord_n(R) = Bil x^h_{R-Mod} Coord_n(R)" -> "∫Bil_R(W)" [kind="pullback_projection", id="arr.proj.bil_coord__int_bil"];
  "Bil^coord_n(R) = Bil x^h_{R-Mod} Coord_n(R)" -> "Coord_n(R)" [kind="pullback_projection", id="arr.proj.bil_coord__coord"];
  EmbeddedRootRealizations -> RootBasis_Gamma [kind="forgetful", id="arr.root.embedded__rootbasis_gamma"];
  RootBasis_Gamma -> RootBasis_S [kind="full_inclusion", id="arr.root.rootbasis_gamma__rootbasis_s"];
  RootBasis_S -> RootFrame_S [kind="full_inclusion", id="arr.root.rootbasis_s__rootframe_s"];
-   RootFrame_S -> "Lat_R = ∫Bil_R(R).Symmetric.Nondegenerate" [kind="forgetful", id="arr.root.rootframe_s__lat"];
+   RootFrame_S -> "Lat_R = ∫Bil_R(R).Symmetric.GenericallyNondegenerate" [kind="forgetful", id="arr.root.rootframe_s__lat"];
  "CatObject.Preadditive" -> CatObject [style=dotted, kind="classifier_leg", id="arr.clf.catobject_preadditive"];
  "CatObject.Additive" -> CatObject [style=dotted, kind="classifier_leg", id="arr.clf.catobject_additive"];
  "CatObject.Abelian" -> CatObject [style=dotted, kind="classifier_leg", id="arr.clf.catobject_abelian"];
  Presheaves -> Sheaves [kind="left_adjoint", id="fun.sheafification"];
  Prestacks -> Stacks [kind="left_adjoint", id="fun.stackification"];
  "Alg_O(V)" -> AdmissibleOperadicAmbients [kind="right_adjoint", id="fun.operadic_forgetful"];
  AdmissibleOperadicAmbients -> "Alg_O(V)" [kind="left_adjoint", id="fun.free_operadic_algebra"];
  "Adj(−)" -> "Arr(−)" [kind="forgetful", id="arr.adj.ev_f"];
  "Pres(−)" -> "Arr(−)" [kind="pullback_projection", id="arr.pres.projection"];
+   "∫Bil.RadicalFree" -> "∫Bil_R(W)" [style=dotted, kind="classifier_leg", id="arr.clf.int_bil_r.radical_free"];
+   "∫Bil.Perfect" -> "∫Bil_R(W)" [style=dotted, kind="classifier_leg", id="arr.clf.int_bil_r.perfect"];
+   "∫Bil.GenericallyNondegenerate" -> "∫Bil_R(W)" [style=dotted, kind="classifier_leg", id="arr.clf.int_bil_r.generically_nondegenerate"];
}
